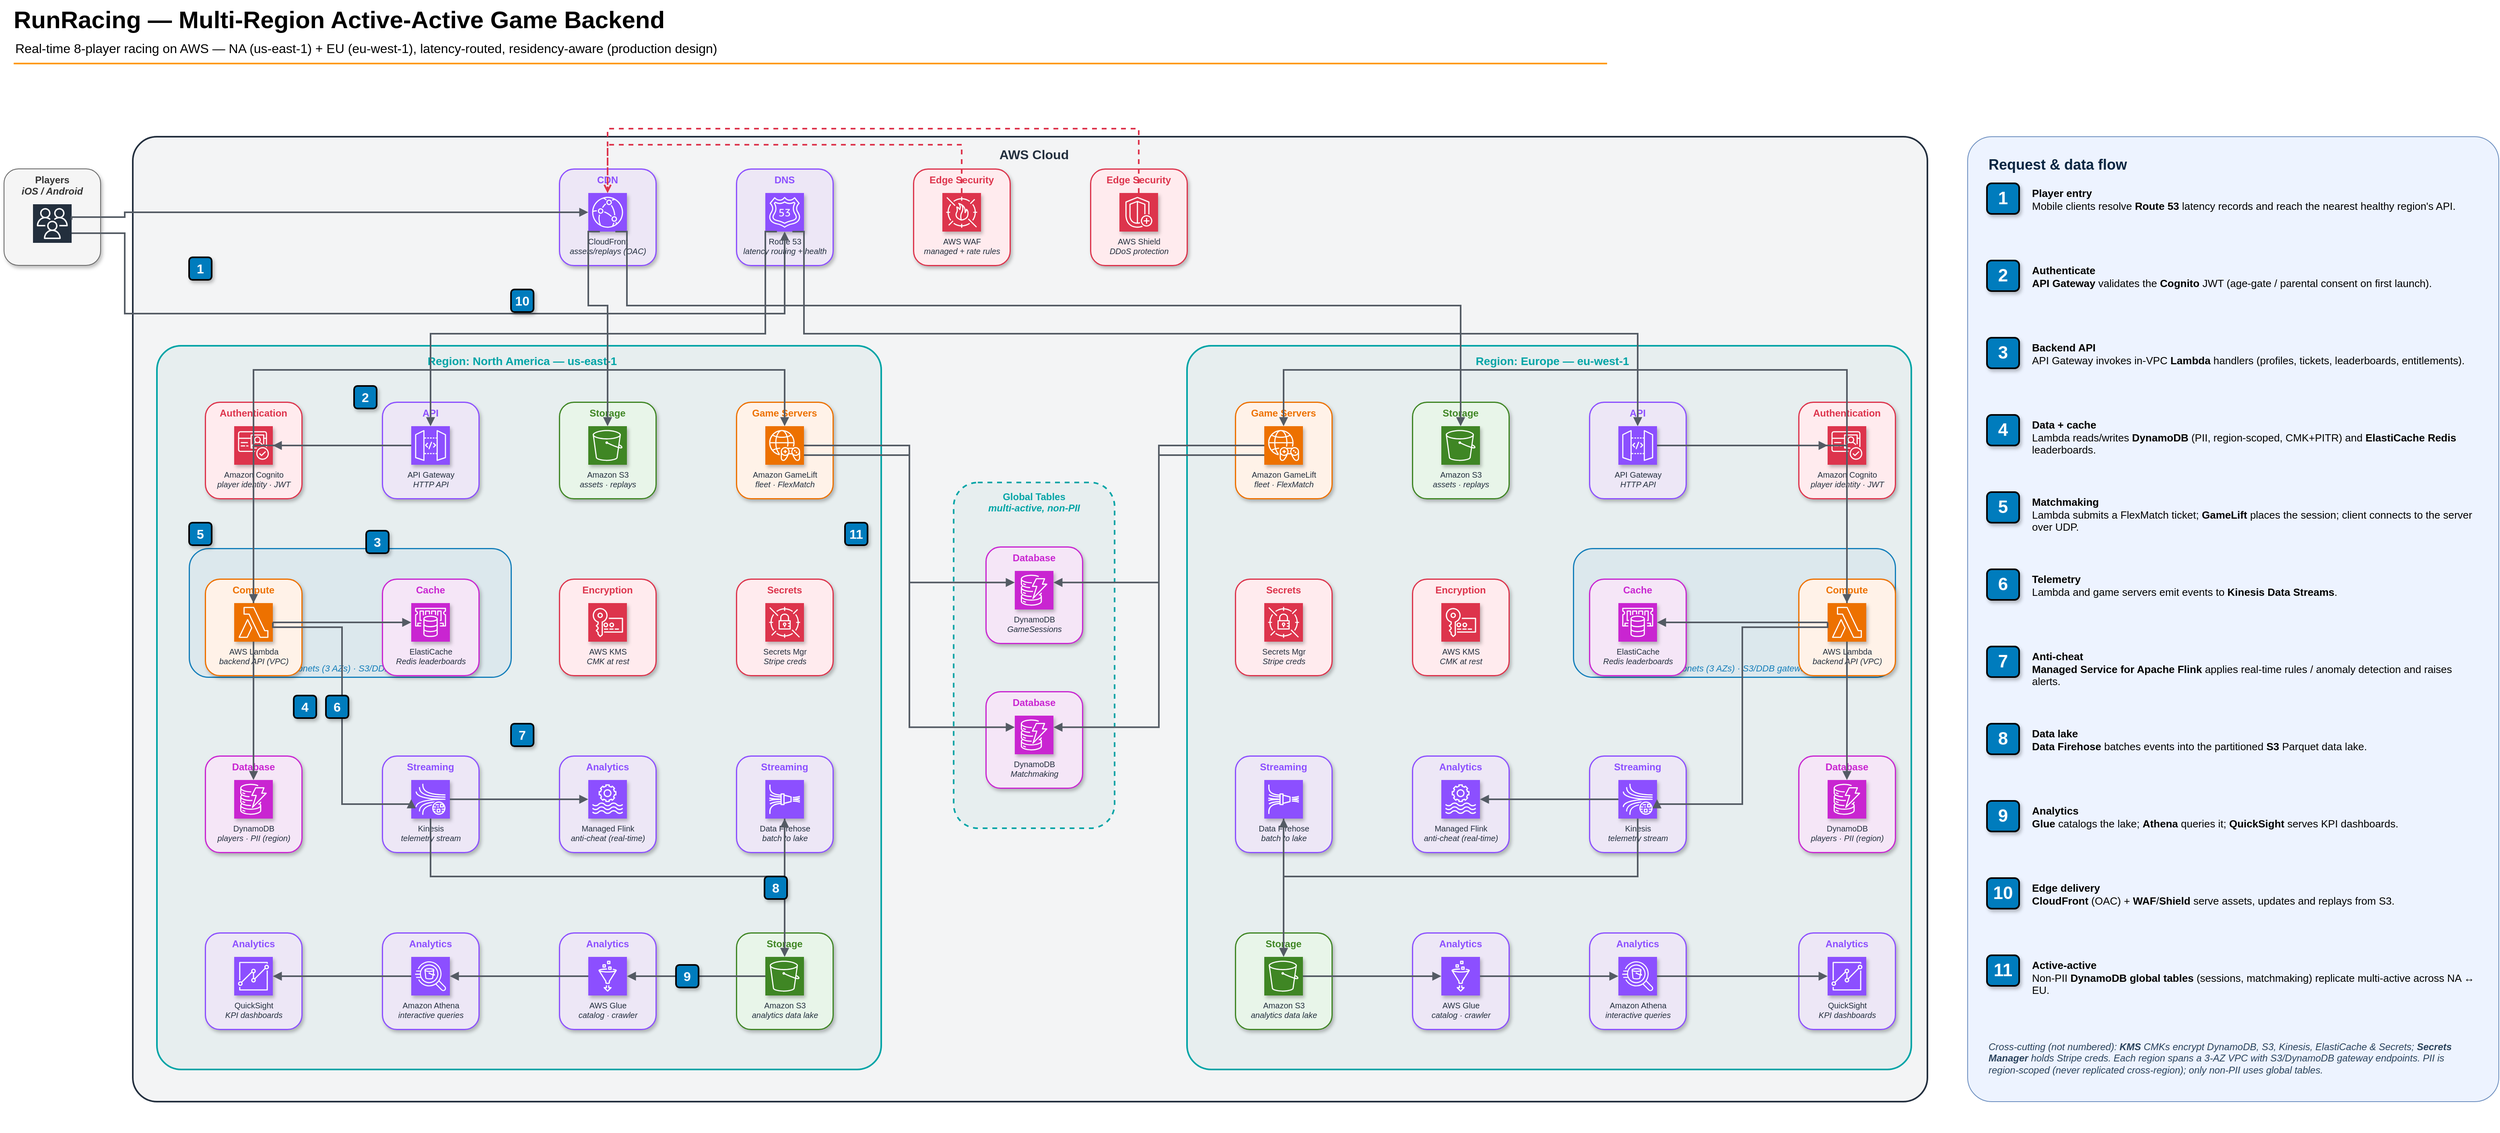
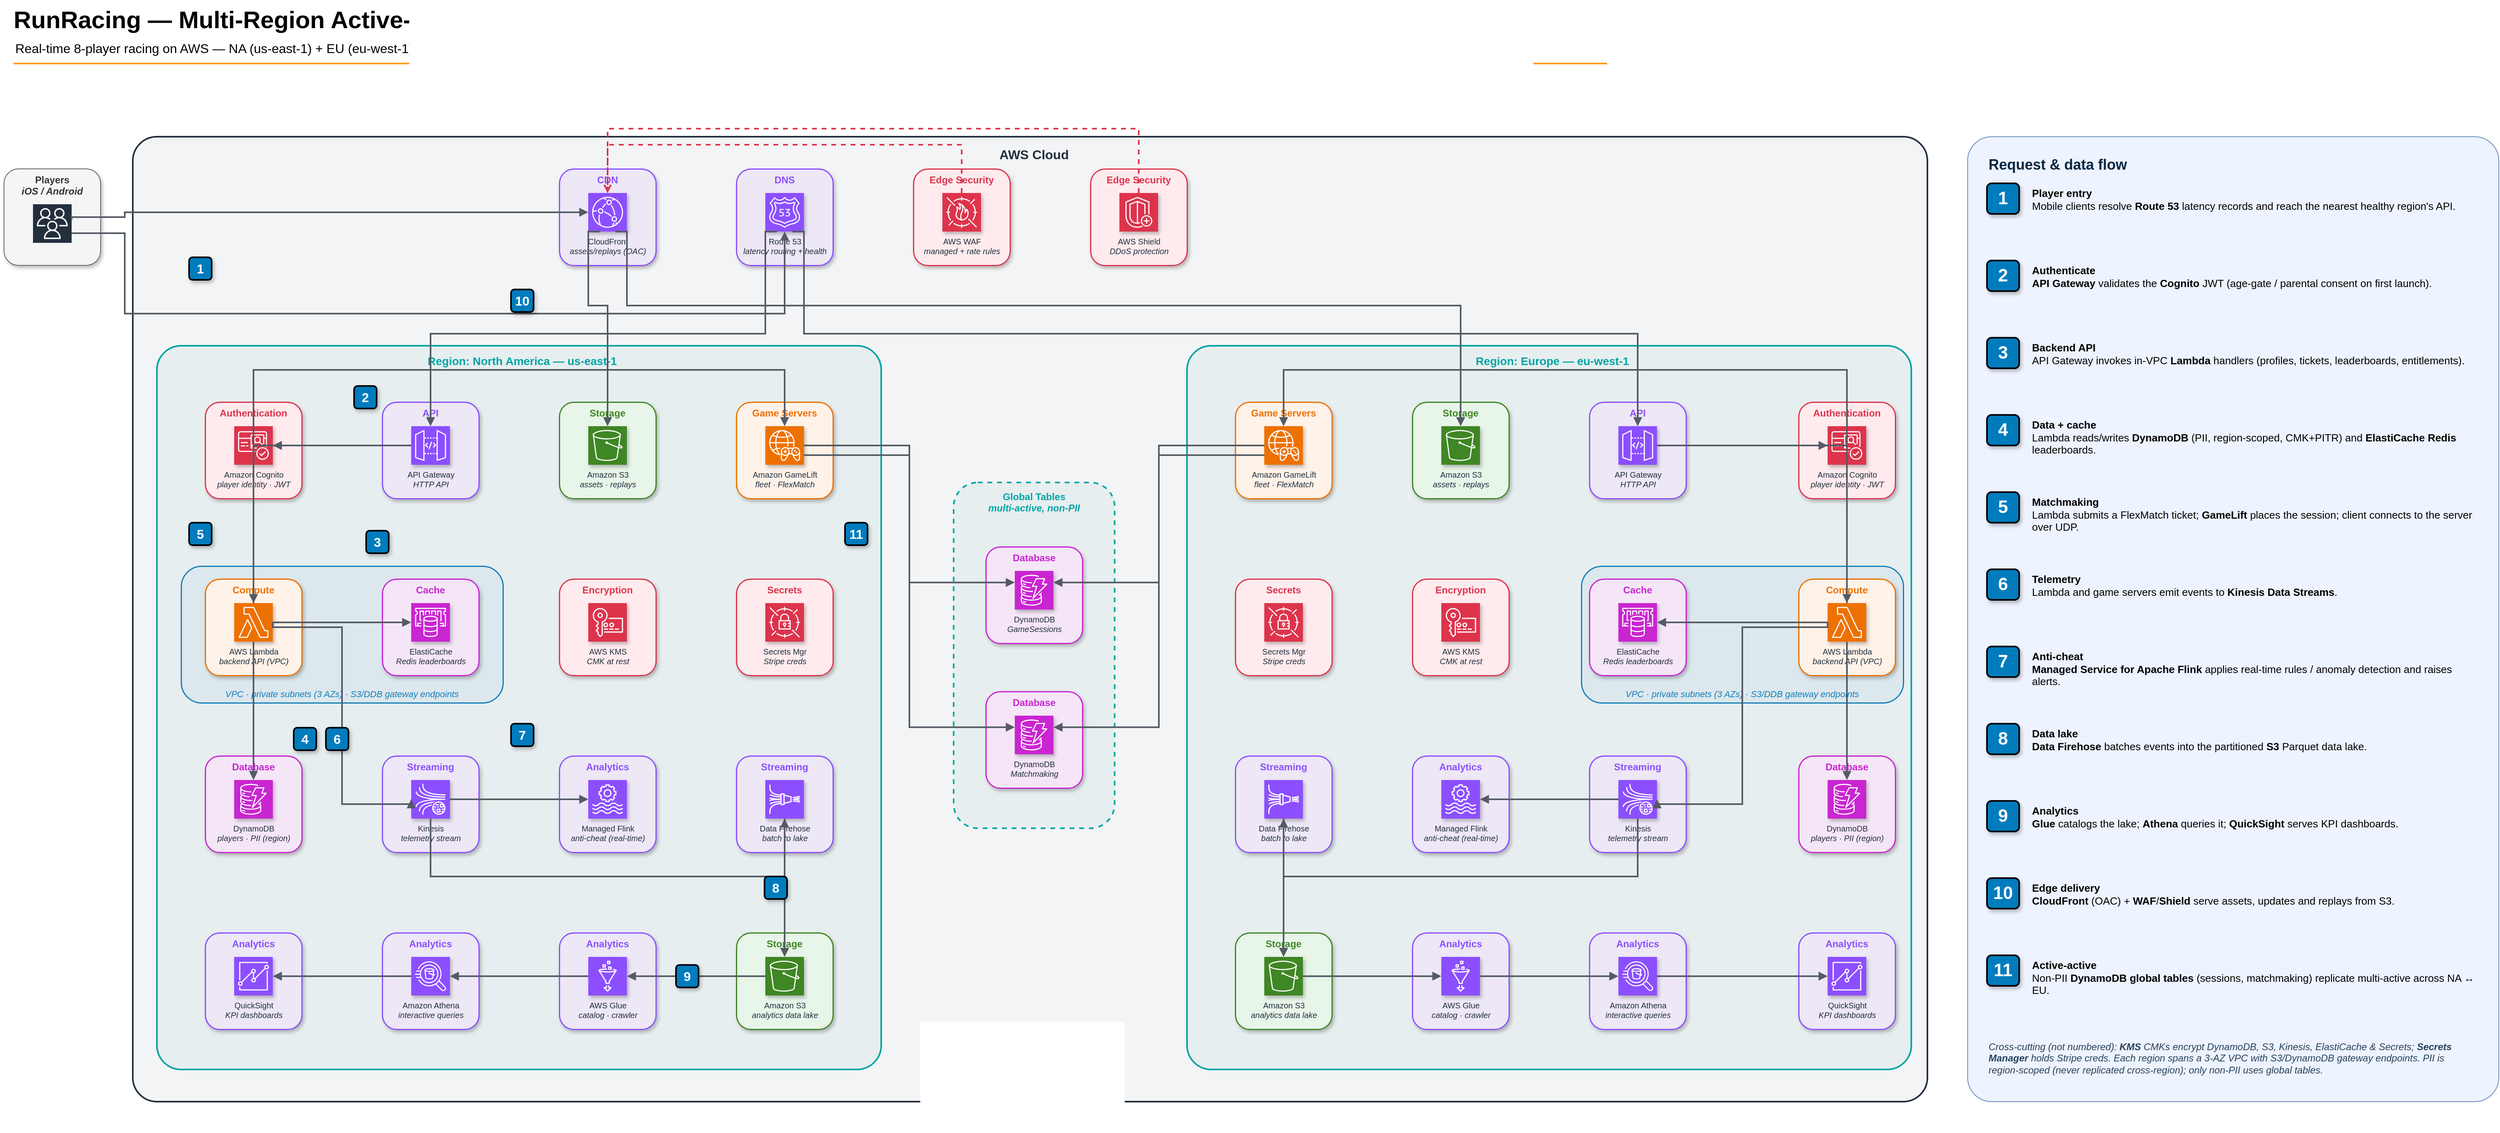
<mxfile host="Electron" version="29.6.1">
  <diagram name="RunRacing-Production" id="runracing-prod">
    <mxGraphModel dx="2200" dy="900" grid="0" gridSize="10" guides="1" tooltips="1" connect="1" arrows="1" fold="1" page="0" pageScale="1" pageWidth="3300" pageHeight="1500" math="0" shadow="0">
      <root>
        <mxCell id="0" />
        <mxCell id="1" parent="0" />
        <mxCell id="aws-cloud" value="AWS Cloud" style="rounded=1;arcSize=60;absoluteArcSize=1;whiteSpace=wrap;html=1;verticalAlign=top;fontStyle=1;fontSize=16;fontColor=#232F3E;fontFamily=Helvetica;strokeColor=#232F3E;fillColor=light-dark(#232F3E0D,#232F3E0D);fillStyle=auto;container=0;pointerEvents=0;strokeWidth=2;spacingTop=6;spacingLeft=10;" vertex="1" parent="1"><mxGeometry x="230" y="210" width="2230" height="1200" as="geometry"/></mxCell>
        <mxCell id="region-na" value="Region: North America &#8212; us-east-1" style="rounded=1;arcSize=60;absoluteArcSize=1;whiteSpace=wrap;html=1;verticalAlign=top;fontStyle=1;fontSize=14;fontColor=#00A4A6;fontFamily=Helvetica;strokeColor=#00A4A6;fillColor=light-dark(#0C7B7D0D,#0C7B7D0D);fillStyle=auto;container=0;pointerEvents=0;strokeWidth=2;dashed=0;spacingTop=4;spacingLeft=8;" vertex="1" parent="1"><mxGeometry x="260" y="470" width="900" height="900" as="geometry"/></mxCell>
        <mxCell id="region-eu" value="Region: Europe &#8212; eu-west-1" style="rounded=1;arcSize=60;absoluteArcSize=1;whiteSpace=wrap;html=1;verticalAlign=top;fontStyle=1;fontSize=14;fontColor=#00A4A6;fontFamily=Helvetica;strokeColor=#00A4A6;fillColor=light-dark(#0C7B7D0D,#0C7B7D0D);fillStyle=auto;container=0;pointerEvents=0;strokeWidth=2;dashed=0;spacingTop=4;spacingLeft=8;" vertex="1" parent="1"><mxGeometry x="1540" y="470" width="900" height="900" as="geometry"/></mxCell>
-         <mxCell id="vpc-na" value="VPC &#183; private subnets (3 AZs) &#183; S3/DDB gateway endpoints" style="rounded=1;whiteSpace=wrap;html=1;verticalAlign=bottom;fontStyle=2;fontSize=11;fontColor=#147EBA;fontFamily=Helvetica;strokeColor=#147EBA;fillColor=light-dark(#147EBA0D,#147EBA0D);fillStyle=auto;container=0;pointerEvents=0;strokeWidth=1.5;spacingBottom=2;" vertex="1" parent="1"><mxGeometry x="300" y="722" width="400" height="160" as="geometry"/></mxCell>
-         <mxCell id="vpc-eu" value="VPC &#183; private subnets (3 AZs) &#183; S3/DDB gateway endpoints" style="rounded=1;whiteSpace=wrap;html=1;verticalAlign=bottom;fontStyle=2;fontSize=11;fontColor=#147EBA;fontFamily=Helvetica;strokeColor=#147EBA;fillColor=light-dark(#147EBA0D,#147EBA0D);fillStyle=auto;container=0;pointerEvents=0;strokeWidth=1.5;spacingBottom=2;" vertex="1" parent="1"><mxGeometry x="2020" y="722" width="400" height="160" as="geometry"/></mxCell>
+         <mxCell id="vpc-na" value="VPC &#183; private subnets (3 AZs) &#183; S3/DDB gateway endpoints" style="rounded=1;whiteSpace=wrap;html=1;verticalAlign=bottom;fontStyle=2;fontSize=11;fontColor=#147EBA;fontFamily=Helvetica;strokeColor=#147EBA;fillColor=light-dark(#147EBA0D,#147EBA0D);fillStyle=auto;container=0;pointerEvents=0;strokeWidth=1.5;spacingBottom=2;" vertex="1" parent="1"><mxGeometry x="290" y="744" width="400" height="170" as="geometry"/></mxCell>
+         <mxCell id="vpc-eu" value="VPC &#183; private subnets (3 AZs) &#183; S3/DDB gateway endpoints" style="rounded=1;whiteSpace=wrap;html=1;verticalAlign=bottom;fontStyle=2;fontSize=11;fontColor=#147EBA;fontFamily=Helvetica;strokeColor=#147EBA;fillColor=light-dark(#147EBA0D,#147EBA0D);fillStyle=auto;container=0;pointerEvents=0;strokeWidth=1.5;spacingBottom=2;" vertex="1" parent="1"><mxGeometry x="2030" y="744" width="400" height="170" as="geometry"/></mxCell>
        <mxCell id="gt-box" value="Global Tables&lt;div&gt;&lt;i&gt;multi-active, non-PII&lt;/i&gt;&lt;/div&gt;" style="rounded=1;whiteSpace=wrap;html=1;verticalAlign=top;fontStyle=1;fontSize=12;fontColor=#00A4A6;fontFamily=Helvetica;strokeColor=#00A4A6;fillColor=light-dark(#0C7B7D0D,#0C7B7D0D);fillStyle=auto;container=0;pointerEvents=0;strokeWidth=2;dashed=1;spacingTop=4;" vertex="1" parent="1"><mxGeometry x="1250" y="640" width="200" height="430" as="geometry"/></mxCell>
        <mxCell id="title-group" connectable="0" style="group;fontFamily=Helvetica;" value="" vertex="1" parent="1"><mxGeometry x="80" y="40" width="2000" height="120" as="geometry"/></mxCell>
        <mxCell id="title-text" style="text;html=1;align=left;verticalAlign=top;fontSize=30;fontStyle=1;fontFamily=Helvetica;" value="RunRacing &#8212; Multi-Region Active-Active Game Backend" vertex="1" parent="title-group"><mxGeometry width="1600" height="42" as="geometry"/></mxCell>
        <mxCell id="subtitle-text" style="text;html=1;align=left;verticalAlign=top;fontSize=16;fontFamily=Helvetica;" value="Real-time 8-player racing on AWS &#8212; NA (us-east-1) + EU (eu-west-1), latency-routed, residency-aware (production design)" vertex="1" parent="title-group"><mxGeometry x="2" y="44" width="1800" height="25" as="geometry"/></mxCell>
        <mxCell id="title-sep" style="line;strokeWidth=2;html=1;strokeColor=#FF9900;fontFamily=Helvetica;" value="" vertex="1" parent="title-group"><mxGeometry x="2" y="74" width="1980" height="10" as="geometry"/></mxCell>
        <mxCell id="users-container" value="Players&lt;div&gt;&lt;i&gt;iOS / Android&lt;/i&gt;&lt;/div&gt;" style="fillColor=#f5f5f5;strokeColor=light-dark(#666666,#D4D4D4);rounded=1;whiteSpace=wrap;html=1;verticalAlign=top;fontStyle=1;fontSize=12;fontColor=#333333;fontFamily=Helvetica;container=1;collapsible=0;shadow=1;strokeWidth=1;" vertex="1" parent="1"><mxGeometry x="70" y="250" width="120" height="120" as="geometry"/></mxCell>
        <mxCell id="users-icon" style="sketch=0;points=[[0,0,0],[0.25,0,0],[0.5,0,0],[0.75,0,0],[1,0,0],[0,1,0],[0.25,1,0],[0.5,1,0],[0.75,1,0],[1,1,0],[0,0.25,0],[0,0.5,0],[0,0.75,0],[1,0.25,0],[1,0.5,0],[1,0.75,0]];outlineConnect=0;fontColor=#232F3E;fillColor=#232F3D;strokeColor=#ffffff;dashed=0;verticalLabelPosition=bottom;verticalAlign=top;align=center;html=1;fontSize=10;fontStyle=0;aspect=fixed;shape=mxgraph.aws4.resourceIcon;resIcon=mxgraph.aws4.users;fontFamily=Helvetica;" value="" vertex="1" parent="users-container"><mxGeometry x="36" y="44" width="48" height="48" as="geometry"/></mxCell>
        <mxCell id="g-cloudfront" style="fillColor=#EDE7F6;strokeColor=#8C4FFF;rounded=1;whiteSpace=wrap;html=1;verticalAlign=top;fontStyle=1;fontSize=12;fontColor=#8C4FFF;fontFamily=Helvetica;container=1;collapsible=0;shadow=1;strokeWidth=1.5;" value="CDN" vertex="1" parent="1"><mxGeometry x="760" y="250" width="120" height="120" as="geometry"/></mxCell>
        <mxCell id="g-cloudfront-icon" style="sketch=0;points=[[0,0,0],[0.25,0,0],[0.5,0,0],[0.75,0,0],[1,0,0],[0,1,0],[0.25,1,0],[0.5,1,0],[0.75,1,0],[1,1,0],[0,0.25,0],[0,0.5,0],[0,0.75,0],[1,0.25,0],[1,0.5,0],[1,0.75,0]];outlineConnect=0;fontColor=#232F3E;fillColor=#8C4FFF;strokeColor=#ffffff;dashed=0;verticalLabelPosition=bottom;verticalAlign=top;align=center;html=1;fontSize=10;fontStyle=0;aspect=fixed;shape=mxgraph.aws4.resourceIcon;resIcon=mxgraph.aws4.cloudfront;fontFamily=Helvetica;shadow=1;" value="CloudFront&lt;div&gt;&lt;i&gt;assets/replays (OAC)&lt;/i&gt;&lt;/div&gt;" vertex="1" parent="g-cloudfront"><mxGeometry x="36" y="30" width="48" height="48" as="geometry"/></mxCell>
        <mxCell id="g-route53" style="fillColor=#EDE7F6;strokeColor=#8C4FFF;rounded=1;whiteSpace=wrap;html=1;verticalAlign=top;fontStyle=1;fontSize=12;fontColor=#8C4FFF;fontFamily=Helvetica;container=1;collapsible=0;shadow=1;strokeWidth=1.5;" value="DNS" vertex="1" parent="1"><mxGeometry x="980" y="250" width="120" height="120" as="geometry"/></mxCell>
        <mxCell id="g-route53-icon" style="sketch=0;points=[[0,0,0],[0.25,0,0],[0.5,0,0],[0.75,0,0],[1,0,0],[0,1,0],[0.25,1,0],[0.5,1,0],[0.75,1,0],[1,1,0],[0,0.25,0],[0,0.5,0],[0,0.75,0],[1,0.25,0],[1,0.5,0],[1,0.75,0]];outlineConnect=0;fontColor=#232F3E;fillColor=#8C4FFF;strokeColor=#ffffff;dashed=0;verticalLabelPosition=bottom;verticalAlign=top;align=center;html=1;fontSize=10;fontStyle=0;aspect=fixed;shape=mxgraph.aws4.resourceIcon;resIcon=mxgraph.aws4.route_53;fontFamily=Helvetica;shadow=1;" value="Route 53&lt;div&gt;&lt;i&gt;latency routing + health&lt;/i&gt;&lt;/div&gt;" vertex="1" parent="g-route53"><mxGeometry x="36" y="30" width="48" height="48" as="geometry"/></mxCell>
        <mxCell id="g-waf" style="fillColor=#FFEBEE;strokeColor=#DD344C;rounded=1;whiteSpace=wrap;html=1;verticalAlign=top;fontStyle=1;fontSize=12;fontColor=#DD344C;fontFamily=Helvetica;container=1;collapsible=0;shadow=1;strokeWidth=1.5;" value="Edge Security" vertex="1" parent="1"><mxGeometry x="1200" y="250" width="120" height="120" as="geometry"/></mxCell>
        <mxCell id="g-waf-icon" style="sketch=0;points=[[0,0,0],[0.25,0,0],[0.5,0,0],[0.75,0,0],[1,0,0],[0,1,0],[0.25,1,0],[0.5,1,0],[0.75,1,0],[1,1,0],[0,0.25,0],[0,0.5,0],[0,0.75,0],[1,0.25,0],[1,0.5,0],[1,0.75,0]];outlineConnect=0;fontColor=#232F3E;fillColor=#DD344C;strokeColor=#ffffff;dashed=0;verticalLabelPosition=bottom;verticalAlign=top;align=center;html=1;fontSize=10;fontStyle=0;aspect=fixed;shape=mxgraph.aws4.resourceIcon;resIcon=mxgraph.aws4.waf;fontFamily=Helvetica;shadow=1;" value="AWS WAF&lt;div&gt;&lt;i&gt;managed + rate rules&lt;/i&gt;&lt;/div&gt;" vertex="1" parent="g-waf"><mxGeometry x="36" y="30" width="48" height="48" as="geometry"/></mxCell>
        <mxCell id="g-shield" style="fillColor=#FFEBEE;strokeColor=#DD344C;rounded=1;whiteSpace=wrap;html=1;verticalAlign=top;fontStyle=1;fontSize=12;fontColor=#DD344C;fontFamily=Helvetica;container=1;collapsible=0;shadow=1;strokeWidth=1.5;" value="Edge Security" vertex="1" parent="1"><mxGeometry x="1420" y="250" width="120" height="120" as="geometry"/></mxCell>
        <mxCell id="g-shield-icon" style="sketch=0;points=[[0,0,0],[0.25,0,0],[0.5,0,0],[0.75,0,0],[1,0,0],[0,1,0],[0.25,1,0],[0.5,1,0],[0.75,1,0],[1,1,0],[0,0.25,0],[0,0.5,0],[0,0.75,0],[1,0.25,0],[1,0.5,0],[1,0.75,0]];outlineConnect=0;fontColor=#232F3E;fillColor=#DD344C;strokeColor=#ffffff;dashed=0;verticalLabelPosition=bottom;verticalAlign=top;align=center;html=1;fontSize=10;fontStyle=0;aspect=fixed;shape=mxgraph.aws4.resourceIcon;resIcon=mxgraph.aws4.shield;fontFamily=Helvetica;shadow=1;" value="AWS Shield&lt;div&gt;&lt;i&gt;DDoS protection&lt;/i&gt;&lt;/div&gt;" vertex="1" parent="g-shield"><mxGeometry x="36" y="30" width="48" height="48" as="geometry"/></mxCell>
        <mxCell id="gt-sessions" style="fillColor=#F5E6F7;strokeColor=#C925D1;rounded=1;whiteSpace=wrap;html=1;verticalAlign=top;fontStyle=1;fontSize=12;fontColor=#C925D1;fontFamily=Helvetica;container=1;collapsible=0;shadow=1;strokeWidth=1.5;" value="Database" vertex="1" parent="1"><mxGeometry x="1290" y="720" width="120" height="120" as="geometry"/></mxCell>
        <mxCell id="gt-sessions-icon" style="sketch=0;points=[[0,0,0],[0.25,0,0],[0.5,0,0],[0.75,0,0],[1,0,0],[0,1,0],[0.25,1,0],[0.5,1,0],[0.75,1,0],[1,1,0],[0,0.25,0],[0,0.5,0],[0,0.75,0],[1,0.25,0],[1,0.5,0],[1,0.75,0]];outlineConnect=0;fontColor=#232F3E;fillColor=#C925D1;strokeColor=#ffffff;dashed=0;verticalLabelPosition=bottom;verticalAlign=top;align=center;html=1;fontSize=10;fontStyle=0;aspect=fixed;shape=mxgraph.aws4.resourceIcon;resIcon=mxgraph.aws4.dynamodb;fontFamily=Helvetica;shadow=1;" value="DynamoDB&lt;div&gt;&lt;i&gt;GameSessions&lt;/i&gt;&lt;/div&gt;" vertex="1" parent="gt-sessions"><mxGeometry x="36" y="30" width="48" height="48" as="geometry"/></mxCell>
        <mxCell id="gt-matchmaking" style="fillColor=#F5E6F7;strokeColor=#C925D1;rounded=1;whiteSpace=wrap;html=1;verticalAlign=top;fontStyle=1;fontSize=12;fontColor=#C925D1;fontFamily=Helvetica;container=1;collapsible=0;shadow=1;strokeWidth=1.5;" value="Database" vertex="1" parent="1"><mxGeometry x="1290" y="900" width="120" height="120" as="geometry"/></mxCell>
        <mxCell id="gt-matchmaking-icon" style="sketch=0;points=[[0,0,0],[0.25,0,0],[0.5,0,0],[0.75,0,0],[1,0,0],[0,1,0],[0.25,1,0],[0.5,1,0],[0.75,1,0],[1,1,0],[0,0.25,0],[0,0.5,0],[0,0.75,0],[1,0.25,0],[1,0.5,0],[1,0.75,0]];outlineConnect=0;fontColor=#232F3E;fillColor=#C925D1;strokeColor=#ffffff;dashed=0;verticalLabelPosition=bottom;verticalAlign=top;align=center;html=1;fontSize=10;fontStyle=0;aspect=fixed;shape=mxgraph.aws4.resourceIcon;resIcon=mxgraph.aws4.dynamodb;fontFamily=Helvetica;shadow=1;" value="DynamoDB&lt;div&gt;&lt;i&gt;Matchmaking&lt;/i&gt;&lt;/div&gt;" vertex="1" parent="gt-matchmaking"><mxGeometry x="36" y="30" width="48" height="48" as="geometry"/></mxCell>
        <mxCell id="na-cognito" style="fillColor=#FFEBEE;strokeColor=#DD344C;rounded=1;whiteSpace=wrap;html=1;verticalAlign=top;fontStyle=1;fontSize=12;fontColor=#DD344C;fontFamily=Helvetica;container=1;collapsible=0;shadow=1;strokeWidth=1.5;" value="Authentication" vertex="1" parent="1"><mxGeometry x="320" y="540" width="120" height="120" as="geometry"/></mxCell>
        <mxCell id="na-cognito-icon" style="sketch=0;points=[[0,0,0],[0.25,0,0],[0.5,0,0],[0.75,0,0],[1,0,0],[0,1,0],[0.25,1,0],[0.5,1,0],[0.75,1,0],[1,1,0],[0,0.25,0],[0,0.5,0],[0,0.75,0],[1,0.25,0],[1,0.5,0],[1,0.75,0]];outlineConnect=0;fontColor=#232F3E;fillColor=#DD344C;strokeColor=#ffffff;dashed=0;verticalLabelPosition=bottom;verticalAlign=top;align=center;html=1;fontSize=10;fontStyle=0;aspect=fixed;shape=mxgraph.aws4.resourceIcon;resIcon=mxgraph.aws4.cognito;fontFamily=Helvetica;shadow=1;" value="Amazon Cognito&lt;div&gt;&lt;i&gt;player identity &#183; JWT&lt;/i&gt;&lt;/div&gt;" vertex="1" parent="na-cognito"><mxGeometry x="36" y="30" width="48" height="48" as="geometry"/></mxCell>
        <mxCell id="na-api" style="fillColor=#EDE7F6;strokeColor=#8C4FFF;rounded=1;whiteSpace=wrap;html=1;verticalAlign=top;fontStyle=1;fontSize=12;fontColor=#8C4FFF;fontFamily=Helvetica;container=1;collapsible=0;shadow=1;strokeWidth=1.5;" value="API" vertex="1" parent="1"><mxGeometry x="540" y="540" width="120" height="120" as="geometry"/></mxCell>
        <mxCell id="na-api-icon" style="sketch=0;points=[[0,0,0],[0.25,0,0],[0.5,0,0],[0.75,0,0],[1,0,0],[0,1,0],[0.25,1,0],[0.5,1,0],[0.75,1,0],[1,1,0],[0,0.25,0],[0,0.5,0],[0,0.75,0],[1,0.25,0],[1,0.5,0],[1,0.75,0]];outlineConnect=0;fontColor=#232F3E;fillColor=#8C4FFF;strokeColor=#ffffff;dashed=0;verticalLabelPosition=bottom;verticalAlign=top;align=center;html=1;fontSize=10;fontStyle=0;aspect=fixed;shape=mxgraph.aws4.resourceIcon;resIcon=mxgraph.aws4.api_gateway;fontFamily=Helvetica;shadow=1;" value="API Gateway&lt;div&gt;&lt;i&gt;HTTP API&lt;/i&gt;&lt;/div&gt;" vertex="1" parent="na-api"><mxGeometry x="36" y="30" width="48" height="48" as="geometry"/></mxCell>
        <mxCell id="na-assets" style="fillColor=#E8F5E9;strokeColor=#3F8624;rounded=1;whiteSpace=wrap;html=1;verticalAlign=top;fontStyle=1;fontSize=12;fontColor=#3F8624;fontFamily=Helvetica;container=1;collapsible=0;shadow=1;strokeWidth=1.5;" value="Storage" vertex="1" parent="1"><mxGeometry x="760" y="540" width="120" height="120" as="geometry"/></mxCell>
        <mxCell id="na-assets-icon" style="sketch=0;points=[[0,0,0],[0.25,0,0],[0.5,0,0],[0.75,0,0],[1,0,0],[0,1,0],[0.25,1,0],[0.5,1,0],[0.75,1,0],[1,1,0],[0,0.25,0],[0,0.5,0],[0,0.75,0],[1,0.25,0],[1,0.5,0],[1,0.75,0]];outlineConnect=0;fontColor=#232F3E;fillColor=#3F8624;strokeColor=#ffffff;dashed=0;verticalLabelPosition=bottom;verticalAlign=top;align=center;html=1;fontSize=10;fontStyle=0;aspect=fixed;shape=mxgraph.aws4.resourceIcon;resIcon=mxgraph.aws4.s3;fontFamily=Helvetica;shadow=1;" value="Amazon S3&lt;div&gt;&lt;i&gt;assets &#183; replays&lt;/i&gt;&lt;/div&gt;" vertex="1" parent="na-assets"><mxGeometry x="36" y="30" width="48" height="48" as="geometry"/></mxCell>
        <mxCell id="na-gamelift" style="fillColor=#FFF2E8;strokeColor=#ED7100;rounded=1;whiteSpace=wrap;html=1;verticalAlign=top;fontStyle=1;fontSize=12;fontColor=#ED7100;fontFamily=Helvetica;container=1;collapsible=0;shadow=1;strokeWidth=1.5;" value="Game Servers" vertex="1" parent="1"><mxGeometry x="980" y="540" width="120" height="120" as="geometry"/></mxCell>
        <mxCell id="na-gamelift-icon" style="sketch=0;points=[[0,0,0],[0.25,0,0],[0.5,0,0],[0.75,0,0],[1,0,0],[0,1,0],[0.25,1,0],[0.5,1,0],[0.75,1,0],[1,1,0],[0,0.25,0],[0,0.5,0],[0,0.75,0],[1,0.25,0],[1,0.5,0],[1,0.75,0]];outlineConnect=0;fontColor=#232F3E;fillColor=#ED7100;strokeColor=#ffffff;dashed=0;verticalLabelPosition=bottom;verticalAlign=top;align=center;html=1;fontSize=10;fontStyle=0;aspect=fixed;shape=mxgraph.aws4.resourceIcon;resIcon=mxgraph.aws4.gamelift_2;fontFamily=Helvetica;shadow=1;" value="Amazon GameLift&lt;div&gt;&lt;i&gt;fleet &#183; FlexMatch&lt;/i&gt;&lt;/div&gt;" vertex="1" parent="na-gamelift"><mxGeometry x="36" y="30" width="48" height="48" as="geometry"/></mxCell>
        <mxCell id="na-lambda" style="fillColor=#FFF2E8;strokeColor=#ED7100;rounded=1;whiteSpace=wrap;html=1;verticalAlign=top;fontStyle=1;fontSize=12;fontColor=#ED7100;fontFamily=Helvetica;container=1;collapsible=0;shadow=1;strokeWidth=1.5;" value="Compute" vertex="1" parent="1"><mxGeometry x="320" y="760" width="120" height="120" as="geometry"/></mxCell>
        <mxCell id="na-lambda-icon" style="sketch=0;points=[[0,0,0],[0.25,0,0],[0.5,0,0],[0.75,0,0],[1,0,0],[0,1,0],[0.25,1,0],[0.5,1,0],[0.75,1,0],[1,1,0],[0,0.25,0],[0,0.5,0],[0,0.75,0],[1,0.25,0],[1,0.5,0],[1,0.75,0]];outlineConnect=0;fontColor=#232F3E;fillColor=#ED7100;strokeColor=#ffffff;dashed=0;verticalLabelPosition=bottom;verticalAlign=top;align=center;html=1;fontSize=10;fontStyle=0;aspect=fixed;shape=mxgraph.aws4.resourceIcon;resIcon=mxgraph.aws4.lambda;fontFamily=Helvetica;shadow=1;" value="AWS Lambda&lt;div&gt;&lt;i&gt;backend API (VPC)&lt;/i&gt;&lt;/div&gt;" vertex="1" parent="na-lambda"><mxGeometry x="36" y="30" width="48" height="48" as="geometry"/></mxCell>
        <mxCell id="na-redis" style="fillColor=#F5E6F7;strokeColor=#C925D1;rounded=1;whiteSpace=wrap;html=1;verticalAlign=top;fontStyle=1;fontSize=12;fontColor=#C925D1;fontFamily=Helvetica;container=1;collapsible=0;shadow=1;strokeWidth=1.5;" value="Cache" vertex="1" parent="1"><mxGeometry x="540" y="760" width="120" height="120" as="geometry"/></mxCell>
        <mxCell id="na-redis-icon" style="sketch=0;points=[[0,0,0],[0.25,0,0],[0.5,0,0],[0.75,0,0],[1,0,0],[0,1,0],[0.25,1,0],[0.5,1,0],[0.75,1,0],[1,1,0],[0,0.25,0],[0,0.5,0],[0,0.75,0],[1,0.25,0],[1,0.5,0],[1,0.75,0]];outlineConnect=0;fontColor=#232F3E;fillColor=#C925D1;strokeColor=#ffffff;dashed=0;verticalLabelPosition=bottom;verticalAlign=top;align=center;html=1;fontSize=10;fontStyle=0;aspect=fixed;shape=mxgraph.aws4.resourceIcon;resIcon=mxgraph.aws4.elasticache;fontFamily=Helvetica;shadow=1;" value="ElastiCache&lt;div&gt;&lt;i&gt;Redis leaderboards&lt;/i&gt;&lt;/div&gt;" vertex="1" parent="na-redis"><mxGeometry x="36" y="30" width="48" height="48" as="geometry"/></mxCell>
        <mxCell id="na-kms" style="fillColor=#FFEBEE;strokeColor=#DD344C;rounded=1;whiteSpace=wrap;html=1;verticalAlign=top;fontStyle=1;fontSize=12;fontColor=#DD344C;fontFamily=Helvetica;container=1;collapsible=0;shadow=1;strokeWidth=1.5;" value="Encryption" vertex="1" parent="1"><mxGeometry x="760" y="760" width="120" height="120" as="geometry"/></mxCell>
        <mxCell id="na-kms-icon" style="sketch=0;points=[[0,0,0],[0.25,0,0],[0.5,0,0],[0.75,0,0],[1,0,0],[0,1,0],[0.25,1,0],[0.5,1,0],[0.75,1,0],[1,1,0],[0,0.25,0],[0,0.5,0],[0,0.75,0],[1,0.25,0],[1,0.5,0],[1,0.75,0]];outlineConnect=0;fontColor=#232F3E;fillColor=#DD344C;strokeColor=#ffffff;dashed=0;verticalLabelPosition=bottom;verticalAlign=top;align=center;html=1;fontSize=10;fontStyle=0;aspect=fixed;shape=mxgraph.aws4.resourceIcon;resIcon=mxgraph.aws4.key_management_service;fontFamily=Helvetica;shadow=1;" value="AWS KMS&lt;div&gt;&lt;i&gt;CMK at rest&lt;/i&gt;&lt;/div&gt;" vertex="1" parent="na-kms"><mxGeometry x="36" y="30" width="48" height="48" as="geometry"/></mxCell>
        <mxCell id="na-secrets" style="fillColor=#FFEBEE;strokeColor=#DD344C;rounded=1;whiteSpace=wrap;html=1;verticalAlign=top;fontStyle=1;fontSize=12;fontColor=#DD344C;fontFamily=Helvetica;container=1;collapsible=0;shadow=1;strokeWidth=1.5;" value="Secrets" vertex="1" parent="1"><mxGeometry x="980" y="760" width="120" height="120" as="geometry"/></mxCell>
        <mxCell id="na-secrets-icon" style="sketch=0;points=[[0,0,0],[0.25,0,0],[0.5,0,0],[0.75,0,0],[1,0,0],[0,1,0],[0.25,1,0],[0.5,1,0],[0.75,1,0],[1,1,0],[0,0.25,0],[0,0.5,0],[0,0.75,0],[1,0.25,0],[1,0.5,0],[1,0.75,0]];outlineConnect=0;fontColor=#232F3E;fillColor=#DD344C;strokeColor=#ffffff;dashed=0;verticalLabelPosition=bottom;verticalAlign=top;align=center;html=1;fontSize=10;fontStyle=0;aspect=fixed;shape=mxgraph.aws4.resourceIcon;resIcon=mxgraph.aws4.secrets_manager;fontFamily=Helvetica;shadow=1;" value="Secrets Mgr&lt;div&gt;&lt;i&gt;Stripe creds&lt;/i&gt;&lt;/div&gt;" vertex="1" parent="na-secrets"><mxGeometry x="36" y="30" width="48" height="48" as="geometry"/></mxCell>
        <mxCell id="na-dynamodb" style="fillColor=#F5E6F7;strokeColor=#C925D1;rounded=1;whiteSpace=wrap;html=1;verticalAlign=top;fontStyle=1;fontSize=12;fontColor=#C925D1;fontFamily=Helvetica;container=1;collapsible=0;shadow=1;strokeWidth=1.5;" value="Database" vertex="1" parent="1"><mxGeometry x="320" y="980" width="120" height="120" as="geometry"/></mxCell>
        <mxCell id="na-dynamodb-icon" style="sketch=0;points=[[0,0,0],[0.25,0,0],[0.5,0,0],[0.75,0,0],[1,0,0],[0,1,0],[0.25,1,0],[0.5,1,0],[0.75,1,0],[1,1,0],[0,0.25,0],[0,0.5,0],[0,0.75,0],[1,0.25,0],[1,0.5,0],[1,0.75,0]];outlineConnect=0;fontColor=#232F3E;fillColor=#C925D1;strokeColor=#ffffff;dashed=0;verticalLabelPosition=bottom;verticalAlign=top;align=center;html=1;fontSize=10;fontStyle=0;aspect=fixed;shape=mxgraph.aws4.resourceIcon;resIcon=mxgraph.aws4.dynamodb;fontFamily=Helvetica;shadow=1;" value="DynamoDB&lt;div&gt;&lt;i&gt;players &#183; PII (region)&lt;/i&gt;&lt;/div&gt;" vertex="1" parent="na-dynamodb"><mxGeometry x="36" y="30" width="48" height="48" as="geometry"/></mxCell>
        <mxCell id="na-kinesis" style="fillColor=#EDE7F6;strokeColor=#8C4FFF;rounded=1;whiteSpace=wrap;html=1;verticalAlign=top;fontStyle=1;fontSize=12;fontColor=#8C4FFF;fontFamily=Helvetica;container=1;collapsible=0;shadow=1;strokeWidth=1.5;" value="Streaming" vertex="1" parent="1"><mxGeometry x="540" y="980" width="120" height="120" as="geometry"/></mxCell>
        <mxCell id="na-kinesis-icon" style="sketch=0;points=[[0,0,0],[0.25,0,0],[0.5,0,0],[0.75,0,0],[1,0,0],[0,1,0],[0.25,1,0],[0.5,1,0],[0.75,1,0],[1,1,0],[0,0.25,0],[0,0.5,0],[0,0.75,0],[1,0.25,0],[1,0.5,0],[1,0.75,0]];outlineConnect=0;fontColor=#232F3E;fillColor=#8C4FFF;strokeColor=#ffffff;dashed=0;verticalLabelPosition=bottom;verticalAlign=top;align=center;html=1;fontSize=10;fontStyle=0;aspect=fixed;shape=mxgraph.aws4.resourceIcon;resIcon=mxgraph.aws4.kinesis_data_streams;fontFamily=Helvetica;shadow=1;" value="Kinesis&lt;div&gt;&lt;i&gt;telemetry stream&lt;/i&gt;&lt;/div&gt;" vertex="1" parent="na-kinesis"><mxGeometry x="36" y="30" width="48" height="48" as="geometry"/></mxCell>
        <mxCell id="na-flink" style="fillColor=#EDE7F6;strokeColor=#8C4FFF;rounded=1;whiteSpace=wrap;html=1;verticalAlign=top;fontStyle=1;fontSize=12;fontColor=#8C4FFF;fontFamily=Helvetica;container=1;collapsible=0;shadow=1;strokeWidth=1.5;" value="Analytics" vertex="1" parent="1"><mxGeometry x="760" y="980" width="120" height="120" as="geometry"/></mxCell>
        <mxCell id="na-flink-icon" style="sketch=0;points=[[0,0,0],[0.25,0,0],[0.5,0,0],[0.75,0,0],[1,0,0],[0,1,0],[0.25,1,0],[0.5,1,0],[0.75,1,0],[1,1,0],[0,0.25,0],[0,0.5,0],[0,0.75,0],[1,0.25,0],[1,0.5,0],[1,0.75,0]];outlineConnect=0;fontColor=#232F3E;fillColor=#8C4FFF;strokeColor=#ffffff;dashed=0;verticalLabelPosition=bottom;verticalAlign=top;align=center;html=1;fontSize=10;fontStyle=0;aspect=fixed;shape=mxgraph.aws4.resourceIcon;resIcon=mxgraph.aws4.managed_service_for_apache_flink;fontFamily=Helvetica;shadow=1;" value="Managed Flink&lt;div&gt;&lt;i&gt;anti-cheat (real-time)&lt;/i&gt;&lt;/div&gt;" vertex="1" parent="na-flink"><mxGeometry x="36" y="30" width="48" height="48" as="geometry"/></mxCell>
        <mxCell id="na-firehose" style="fillColor=#EDE7F6;strokeColor=#8C4FFF;rounded=1;whiteSpace=wrap;html=1;verticalAlign=top;fontStyle=1;fontSize=12;fontColor=#8C4FFF;fontFamily=Helvetica;container=1;collapsible=0;shadow=1;strokeWidth=1.5;" value="Streaming" vertex="1" parent="1"><mxGeometry x="980" y="980" width="120" height="120" as="geometry"/></mxCell>
        <mxCell id="na-firehose-icon" style="sketch=0;points=[[0,0,0],[0.25,0,0],[0.5,0,0],[0.75,0,0],[1,0,0],[0,1,0],[0.25,1,0],[0.5,1,0],[0.75,1,0],[1,1,0],[0,0.25,0],[0,0.5,0],[0,0.75,0],[1,0.25,0],[1,0.5,0],[1,0.75,0]];outlineConnect=0;fontColor=#232F3E;fillColor=#8C4FFF;strokeColor=#ffffff;dashed=0;verticalLabelPosition=bottom;verticalAlign=top;align=center;html=1;fontSize=10;fontStyle=0;aspect=fixed;shape=mxgraph.aws4.resourceIcon;resIcon=mxgraph.aws4.kinesis_data_firehose;fontFamily=Helvetica;shadow=1;" value="Data Firehose&lt;div&gt;&lt;i&gt;batch to lake&lt;/i&gt;&lt;/div&gt;" vertex="1" parent="na-firehose"><mxGeometry x="36" y="30" width="48" height="48" as="geometry"/></mxCell>
        <mxCell id="na-quicksight" style="fillColor=#EDE7F6;strokeColor=#8C4FFF;rounded=1;whiteSpace=wrap;html=1;verticalAlign=top;fontStyle=1;fontSize=12;fontColor=#8C4FFF;fontFamily=Helvetica;container=1;collapsible=0;shadow=1;strokeWidth=1.5;" value="Analytics" vertex="1" parent="1"><mxGeometry x="320" y="1200" width="120" height="120" as="geometry"/></mxCell>
        <mxCell id="na-quicksight-icon" style="sketch=0;points=[[0,0,0],[0.25,0,0],[0.5,0,0],[0.75,0,0],[1,0,0],[0,1,0],[0.25,1,0],[0.5,1,0],[0.75,1,0],[1,1,0],[0,0.25,0],[0,0.5,0],[0,0.75,0],[1,0.25,0],[1,0.5,0],[1,0.75,0]];outlineConnect=0;fontColor=#232F3E;fillColor=#8C4FFF;strokeColor=#ffffff;dashed=0;verticalLabelPosition=bottom;verticalAlign=top;align=center;html=1;fontSize=10;fontStyle=0;aspect=fixed;shape=mxgraph.aws4.resourceIcon;resIcon=mxgraph.aws4.quicksight;fontFamily=Helvetica;shadow=1;" value="QuickSight&lt;div&gt;&lt;i&gt;KPI dashboards&lt;/i&gt;&lt;/div&gt;" vertex="1" parent="na-quicksight"><mxGeometry x="36" y="30" width="48" height="48" as="geometry"/></mxCell>
        <mxCell id="na-athena" style="fillColor=#EDE7F6;strokeColor=#8C4FFF;rounded=1;whiteSpace=wrap;html=1;verticalAlign=top;fontStyle=1;fontSize=12;fontColor=#8C4FFF;fontFamily=Helvetica;container=1;collapsible=0;shadow=1;strokeWidth=1.5;" value="Analytics" vertex="1" parent="1"><mxGeometry x="540" y="1200" width="120" height="120" as="geometry"/></mxCell>
        <mxCell id="na-athena-icon" style="sketch=0;points=[[0,0,0],[0.25,0,0],[0.5,0,0],[0.75,0,0],[1,0,0],[0,1,0],[0.25,1,0],[0.5,1,0],[0.75,1,0],[1,1,0],[0,0.25,0],[0,0.5,0],[0,0.75,0],[1,0.25,0],[1,0.5,0],[1,0.75,0]];outlineConnect=0;fontColor=#232F3E;fillColor=#8C4FFF;strokeColor=#ffffff;dashed=0;verticalLabelPosition=bottom;verticalAlign=top;align=center;html=1;fontSize=10;fontStyle=0;aspect=fixed;shape=mxgraph.aws4.resourceIcon;resIcon=mxgraph.aws4.athena;fontFamily=Helvetica;shadow=1;" value="Amazon Athena&lt;div&gt;&lt;i&gt;interactive queries&lt;/i&gt;&lt;/div&gt;" vertex="1" parent="na-athena"><mxGeometry x="36" y="30" width="48" height="48" as="geometry"/></mxCell>
        <mxCell id="na-glue" style="fillColor=#EDE7F6;strokeColor=#8C4FFF;rounded=1;whiteSpace=wrap;html=1;verticalAlign=top;fontStyle=1;fontSize=12;fontColor=#8C4FFF;fontFamily=Helvetica;container=1;collapsible=0;shadow=1;strokeWidth=1.5;" value="Analytics" vertex="1" parent="1"><mxGeometry x="760" y="1200" width="120" height="120" as="geometry"/></mxCell>
        <mxCell id="na-glue-icon" style="sketch=0;points=[[0,0,0],[0.25,0,0],[0.5,0,0],[0.75,0,0],[1,0,0],[0,1,0],[0.25,1,0],[0.5,1,0],[0.75,1,0],[1,1,0],[0,0.25,0],[0,0.5,0],[0,0.75,0],[1,0.25,0],[1,0.5,0],[1,0.75,0]];outlineConnect=0;fontColor=#232F3E;fillColor=#8C4FFF;strokeColor=#ffffff;dashed=0;verticalLabelPosition=bottom;verticalAlign=top;align=center;html=1;fontSize=10;fontStyle=0;aspect=fixed;shape=mxgraph.aws4.resourceIcon;resIcon=mxgraph.aws4.glue;fontFamily=Helvetica;shadow=1;" value="AWS Glue&lt;div&gt;&lt;i&gt;catalog &#183; crawler&lt;/i&gt;&lt;/div&gt;" vertex="1" parent="na-glue"><mxGeometry x="36" y="30" width="48" height="48" as="geometry"/></mxCell>
        <mxCell id="na-lake" style="fillColor=#E8F5E9;strokeColor=#3F8624;rounded=1;whiteSpace=wrap;html=1;verticalAlign=top;fontStyle=1;fontSize=12;fontColor=#3F8624;fontFamily=Helvetica;container=1;collapsible=0;shadow=1;strokeWidth=1.5;" value="Storage" vertex="1" parent="1"><mxGeometry x="980" y="1200" width="120" height="120" as="geometry"/></mxCell>
        <mxCell id="na-lake-icon" style="sketch=0;points=[[0,0,0],[0.25,0,0],[0.5,0,0],[0.75,0,0],[1,0,0],[0,1,0],[0.25,1,0],[0.5,1,0],[0.75,1,0],[1,1,0],[0,0.25,0],[0,0.5,0],[0,0.75,0],[1,0.25,0],[1,0.5,0],[1,0.75,0]];outlineConnect=0;fontColor=#232F3E;fillColor=#3F8624;strokeColor=#ffffff;dashed=0;verticalLabelPosition=bottom;verticalAlign=top;align=center;html=1;fontSize=10;fontStyle=0;aspect=fixed;shape=mxgraph.aws4.resourceIcon;resIcon=mxgraph.aws4.s3;fontFamily=Helvetica;shadow=1;" value="Amazon S3&lt;div&gt;&lt;i&gt;analytics data lake&lt;/i&gt;&lt;/div&gt;" vertex="1" parent="na-lake"><mxGeometry x="36" y="30" width="48" height="48" as="geometry"/></mxCell>
        <mxCell id="eu-cognito" style="fillColor=#FFEBEE;strokeColor=#DD344C;rounded=1;whiteSpace=wrap;html=1;verticalAlign=top;fontStyle=1;fontSize=12;fontColor=#DD344C;fontFamily=Helvetica;container=1;collapsible=0;shadow=1;strokeWidth=1.5;" value="Authentication" vertex="1" parent="1"><mxGeometry x="2300" y="540" width="120" height="120" as="geometry"/></mxCell>
        <mxCell id="eu-cognito-icon" style="sketch=0;points=[[0,0,0],[0.25,0,0],[0.5,0,0],[0.75,0,0],[1,0,0],[0,1,0],[0.25,1,0],[0.5,1,0],[0.75,1,0],[1,1,0],[0,0.25,0],[0,0.5,0],[0,0.75,0],[1,0.25,0],[1,0.5,0],[1,0.75,0]];outlineConnect=0;fontColor=#232F3E;fillColor=#DD344C;strokeColor=#ffffff;dashed=0;verticalLabelPosition=bottom;verticalAlign=top;align=center;html=1;fontSize=10;fontStyle=0;aspect=fixed;shape=mxgraph.aws4.resourceIcon;resIcon=mxgraph.aws4.cognito;fontFamily=Helvetica;shadow=1;" value="Amazon Cognito&lt;div&gt;&lt;i&gt;player identity &#183; JWT&lt;/i&gt;&lt;/div&gt;" vertex="1" parent="eu-cognito"><mxGeometry x="36" y="30" width="48" height="48" as="geometry"/></mxCell>
        <mxCell id="eu-api" style="fillColor=#EDE7F6;strokeColor=#8C4FFF;rounded=1;whiteSpace=wrap;html=1;verticalAlign=top;fontStyle=1;fontSize=12;fontColor=#8C4FFF;fontFamily=Helvetica;container=1;collapsible=0;shadow=1;strokeWidth=1.5;" value="API" vertex="1" parent="1"><mxGeometry x="2040" y="540" width="120" height="120" as="geometry"/></mxCell>
        <mxCell id="eu-api-icon" style="sketch=0;points=[[0,0,0],[0.25,0,0],[0.5,0,0],[0.75,0,0],[1,0,0],[0,1,0],[0.25,1,0],[0.5,1,0],[0.75,1,0],[1,1,0],[0,0.25,0],[0,0.5,0],[0,0.75,0],[1,0.25,0],[1,0.5,0],[1,0.75,0]];outlineConnect=0;fontColor=#232F3E;fillColor=#8C4FFF;strokeColor=#ffffff;dashed=0;verticalLabelPosition=bottom;verticalAlign=top;align=center;html=1;fontSize=10;fontStyle=0;aspect=fixed;shape=mxgraph.aws4.resourceIcon;resIcon=mxgraph.aws4.api_gateway;fontFamily=Helvetica;shadow=1;" value="API Gateway&lt;div&gt;&lt;i&gt;HTTP API&lt;/i&gt;&lt;/div&gt;" vertex="1" parent="eu-api"><mxGeometry x="36" y="30" width="48" height="48" as="geometry"/></mxCell>
        <mxCell id="eu-assets" style="fillColor=#E8F5E9;strokeColor=#3F8624;rounded=1;whiteSpace=wrap;html=1;verticalAlign=top;fontStyle=1;fontSize=12;fontColor=#3F8624;fontFamily=Helvetica;container=1;collapsible=0;shadow=1;strokeWidth=1.5;" value="Storage" vertex="1" parent="1"><mxGeometry x="1820" y="540" width="120" height="120" as="geometry"/></mxCell>
        <mxCell id="eu-assets-icon" style="sketch=0;points=[[0,0,0],[0.25,0,0],[0.5,0,0],[0.75,0,0],[1,0,0],[0,1,0],[0.25,1,0],[0.5,1,0],[0.75,1,0],[1,1,0],[0,0.25,0],[0,0.5,0],[0,0.75,0],[1,0.25,0],[1,0.5,0],[1,0.75,0]];outlineConnect=0;fontColor=#232F3E;fillColor=#3F8624;strokeColor=#ffffff;dashed=0;verticalLabelPosition=bottom;verticalAlign=top;align=center;html=1;fontSize=10;fontStyle=0;aspect=fixed;shape=mxgraph.aws4.resourceIcon;resIcon=mxgraph.aws4.s3;fontFamily=Helvetica;shadow=1;" value="Amazon S3&lt;div&gt;&lt;i&gt;assets &#183; replays&lt;/i&gt;&lt;/div&gt;" vertex="1" parent="eu-assets"><mxGeometry x="36" y="30" width="48" height="48" as="geometry"/></mxCell>
        <mxCell id="eu-gamelift" style="fillColor=#FFF2E8;strokeColor=#ED7100;rounded=1;whiteSpace=wrap;html=1;verticalAlign=top;fontStyle=1;fontSize=12;fontColor=#ED7100;fontFamily=Helvetica;container=1;collapsible=0;shadow=1;strokeWidth=1.5;" value="Game Servers" vertex="1" parent="1"><mxGeometry x="1600" y="540" width="120" height="120" as="geometry"/></mxCell>
        <mxCell id="eu-gamelift-icon" style="sketch=0;points=[[0,0,0],[0.25,0,0],[0.5,0,0],[0.75,0,0],[1,0,0],[0,1,0],[0.25,1,0],[0.5,1,0],[0.75,1,0],[1,1,0],[0,0.25,0],[0,0.5,0],[0,0.75,0],[1,0.25,0],[1,0.5,0],[1,0.75,0]];outlineConnect=0;fontColor=#232F3E;fillColor=#ED7100;strokeColor=#ffffff;dashed=0;verticalLabelPosition=bottom;verticalAlign=top;align=center;html=1;fontSize=10;fontStyle=0;aspect=fixed;shape=mxgraph.aws4.resourceIcon;resIcon=mxgraph.aws4.gamelift_2;fontFamily=Helvetica;shadow=1;" value="Amazon GameLift&lt;div&gt;&lt;i&gt;fleet &#183; FlexMatch&lt;/i&gt;&lt;/div&gt;" vertex="1" parent="eu-gamelift"><mxGeometry x="36" y="30" width="48" height="48" as="geometry"/></mxCell>
        <mxCell id="eu-lambda" style="fillColor=#FFF2E8;strokeColor=#ED7100;rounded=1;whiteSpace=wrap;html=1;verticalAlign=top;fontStyle=1;fontSize=12;fontColor=#ED7100;fontFamily=Helvetica;container=1;collapsible=0;shadow=1;strokeWidth=1.5;" value="Compute" vertex="1" parent="1"><mxGeometry x="2300" y="760" width="120" height="120" as="geometry"/></mxCell>
        <mxCell id="eu-lambda-icon" style="sketch=0;points=[[0,0,0],[0.25,0,0],[0.5,0,0],[0.75,0,0],[1,0,0],[0,1,0],[0.25,1,0],[0.5,1,0],[0.75,1,0],[1,1,0],[0,0.25,0],[0,0.5,0],[0,0.75,0],[1,0.25,0],[1,0.5,0],[1,0.75,0]];outlineConnect=0;fontColor=#232F3E;fillColor=#ED7100;strokeColor=#ffffff;dashed=0;verticalLabelPosition=bottom;verticalAlign=top;align=center;html=1;fontSize=10;fontStyle=0;aspect=fixed;shape=mxgraph.aws4.resourceIcon;resIcon=mxgraph.aws4.lambda;fontFamily=Helvetica;shadow=1;" value="AWS Lambda&lt;div&gt;&lt;i&gt;backend API (VPC)&lt;/i&gt;&lt;/div&gt;" vertex="1" parent="eu-lambda"><mxGeometry x="36" y="30" width="48" height="48" as="geometry"/></mxCell>
        <mxCell id="eu-redis" style="fillColor=#F5E6F7;strokeColor=#C925D1;rounded=1;whiteSpace=wrap;html=1;verticalAlign=top;fontStyle=1;fontSize=12;fontColor=#C925D1;fontFamily=Helvetica;container=1;collapsible=0;shadow=1;strokeWidth=1.5;" value="Cache" vertex="1" parent="1"><mxGeometry x="2040" y="760" width="120" height="120" as="geometry"/></mxCell>
        <mxCell id="eu-redis-icon" style="sketch=0;points=[[0,0,0],[0.25,0,0],[0.5,0,0],[0.75,0,0],[1,0,0],[0,1,0],[0.25,1,0],[0.5,1,0],[0.75,1,0],[1,1,0],[0,0.25,0],[0,0.5,0],[0,0.75,0],[1,0.25,0],[1,0.5,0],[1,0.75,0]];outlineConnect=0;fontColor=#232F3E;fillColor=#C925D1;strokeColor=#ffffff;dashed=0;verticalLabelPosition=bottom;verticalAlign=top;align=center;html=1;fontSize=10;fontStyle=0;aspect=fixed;shape=mxgraph.aws4.resourceIcon;resIcon=mxgraph.aws4.elasticache;fontFamily=Helvetica;shadow=1;" value="ElastiCache&lt;div&gt;&lt;i&gt;Redis leaderboards&lt;/i&gt;&lt;/div&gt;" vertex="1" parent="eu-redis"><mxGeometry x="36" y="30" width="48" height="48" as="geometry"/></mxCell>
        <mxCell id="eu-kms" style="fillColor=#FFEBEE;strokeColor=#DD344C;rounded=1;whiteSpace=wrap;html=1;verticalAlign=top;fontStyle=1;fontSize=12;fontColor=#DD344C;fontFamily=Helvetica;container=1;collapsible=0;shadow=1;strokeWidth=1.5;" value="Encryption" vertex="1" parent="1"><mxGeometry x="1820" y="760" width="120" height="120" as="geometry"/></mxCell>
        <mxCell id="eu-kms-icon" style="sketch=0;points=[[0,0,0],[0.25,0,0],[0.5,0,0],[0.75,0,0],[1,0,0],[0,1,0],[0.25,1,0],[0.5,1,0],[0.75,1,0],[1,1,0],[0,0.25,0],[0,0.5,0],[0,0.75,0],[1,0.25,0],[1,0.5,0],[1,0.75,0]];outlineConnect=0;fontColor=#232F3E;fillColor=#DD344C;strokeColor=#ffffff;dashed=0;verticalLabelPosition=bottom;verticalAlign=top;align=center;html=1;fontSize=10;fontStyle=0;aspect=fixed;shape=mxgraph.aws4.resourceIcon;resIcon=mxgraph.aws4.key_management_service;fontFamily=Helvetica;shadow=1;" value="AWS KMS&lt;div&gt;&lt;i&gt;CMK at rest&lt;/i&gt;&lt;/div&gt;" vertex="1" parent="eu-kms"><mxGeometry x="36" y="30" width="48" height="48" as="geometry"/></mxCell>
        <mxCell id="eu-secrets" style="fillColor=#FFEBEE;strokeColor=#DD344C;rounded=1;whiteSpace=wrap;html=1;verticalAlign=top;fontStyle=1;fontSize=12;fontColor=#DD344C;fontFamily=Helvetica;container=1;collapsible=0;shadow=1;strokeWidth=1.5;" value="Secrets" vertex="1" parent="1"><mxGeometry x="1600" y="760" width="120" height="120" as="geometry"/></mxCell>
        <mxCell id="eu-secrets-icon" style="sketch=0;points=[[0,0,0],[0.25,0,0],[0.5,0,0],[0.75,0,0],[1,0,0],[0,1,0],[0.25,1,0],[0.5,1,0],[0.75,1,0],[1,1,0],[0,0.25,0],[0,0.5,0],[0,0.75,0],[1,0.25,0],[1,0.5,0],[1,0.75,0]];outlineConnect=0;fontColor=#232F3E;fillColor=#DD344C;strokeColor=#ffffff;dashed=0;verticalLabelPosition=bottom;verticalAlign=top;align=center;html=1;fontSize=10;fontStyle=0;aspect=fixed;shape=mxgraph.aws4.resourceIcon;resIcon=mxgraph.aws4.secrets_manager;fontFamily=Helvetica;shadow=1;" value="Secrets Mgr&lt;div&gt;&lt;i&gt;Stripe creds&lt;/i&gt;&lt;/div&gt;" vertex="1" parent="eu-secrets"><mxGeometry x="36" y="30" width="48" height="48" as="geometry"/></mxCell>
        <mxCell id="eu-dynamodb" style="fillColor=#F5E6F7;strokeColor=#C925D1;rounded=1;whiteSpace=wrap;html=1;verticalAlign=top;fontStyle=1;fontSize=12;fontColor=#C925D1;fontFamily=Helvetica;container=1;collapsible=0;shadow=1;strokeWidth=1.5;" value="Database" vertex="1" parent="1"><mxGeometry x="2300" y="980" width="120" height="120" as="geometry"/></mxCell>
        <mxCell id="eu-dynamodb-icon" style="sketch=0;points=[[0,0,0],[0.25,0,0],[0.5,0,0],[0.75,0,0],[1,0,0],[0,1,0],[0.25,1,0],[0.5,1,0],[0.75,1,0],[1,1,0],[0,0.25,0],[0,0.5,0],[0,0.75,0],[1,0.25,0],[1,0.5,0],[1,0.75,0]];outlineConnect=0;fontColor=#232F3E;fillColor=#C925D1;strokeColor=#ffffff;dashed=0;verticalLabelPosition=bottom;verticalAlign=top;align=center;html=1;fontSize=10;fontStyle=0;aspect=fixed;shape=mxgraph.aws4.resourceIcon;resIcon=mxgraph.aws4.dynamodb;fontFamily=Helvetica;shadow=1;" value="DynamoDB&lt;div&gt;&lt;i&gt;players &#183; PII (region)&lt;/i&gt;&lt;/div&gt;" vertex="1" parent="eu-dynamodb"><mxGeometry x="36" y="30" width="48" height="48" as="geometry"/></mxCell>
        <mxCell id="eu-kinesis" style="fillColor=#EDE7F6;strokeColor=#8C4FFF;rounded=1;whiteSpace=wrap;html=1;verticalAlign=top;fontStyle=1;fontSize=12;fontColor=#8C4FFF;fontFamily=Helvetica;container=1;collapsible=0;shadow=1;strokeWidth=1.5;" value="Streaming" vertex="1" parent="1"><mxGeometry x="2040" y="980" width="120" height="120" as="geometry"/></mxCell>
        <mxCell id="eu-kinesis-icon" style="sketch=0;points=[[0,0,0],[0.25,0,0],[0.5,0,0],[0.75,0,0],[1,0,0],[0,1,0],[0.25,1,0],[0.5,1,0],[0.75,1,0],[1,1,0],[0,0.25,0],[0,0.5,0],[0,0.75,0],[1,0.25,0],[1,0.5,0],[1,0.75,0]];outlineConnect=0;fontColor=#232F3E;fillColor=#8C4FFF;strokeColor=#ffffff;dashed=0;verticalLabelPosition=bottom;verticalAlign=top;align=center;html=1;fontSize=10;fontStyle=0;aspect=fixed;shape=mxgraph.aws4.resourceIcon;resIcon=mxgraph.aws4.kinesis_data_streams;fontFamily=Helvetica;shadow=1;" value="Kinesis&lt;div&gt;&lt;i&gt;telemetry stream&lt;/i&gt;&lt;/div&gt;" vertex="1" parent="eu-kinesis"><mxGeometry x="36" y="30" width="48" height="48" as="geometry"/></mxCell>
        <mxCell id="eu-flink" style="fillColor=#EDE7F6;strokeColor=#8C4FFF;rounded=1;whiteSpace=wrap;html=1;verticalAlign=top;fontStyle=1;fontSize=12;fontColor=#8C4FFF;fontFamily=Helvetica;container=1;collapsible=0;shadow=1;strokeWidth=1.5;" value="Analytics" vertex="1" parent="1"><mxGeometry x="1820" y="980" width="120" height="120" as="geometry"/></mxCell>
        <mxCell id="eu-flink-icon" style="sketch=0;points=[[0,0,0],[0.25,0,0],[0.5,0,0],[0.75,0,0],[1,0,0],[0,1,0],[0.25,1,0],[0.5,1,0],[0.75,1,0],[1,1,0],[0,0.25,0],[0,0.5,0],[0,0.75,0],[1,0.25,0],[1,0.5,0],[1,0.75,0]];outlineConnect=0;fontColor=#232F3E;fillColor=#8C4FFF;strokeColor=#ffffff;dashed=0;verticalLabelPosition=bottom;verticalAlign=top;align=center;html=1;fontSize=10;fontStyle=0;aspect=fixed;shape=mxgraph.aws4.resourceIcon;resIcon=mxgraph.aws4.managed_service_for_apache_flink;fontFamily=Helvetica;shadow=1;" value="Managed Flink&lt;div&gt;&lt;i&gt;anti-cheat (real-time)&lt;/i&gt;&lt;/div&gt;" vertex="1" parent="eu-flink"><mxGeometry x="36" y="30" width="48" height="48" as="geometry"/></mxCell>
        <mxCell id="eu-firehose" style="fillColor=#EDE7F6;strokeColor=#8C4FFF;rounded=1;whiteSpace=wrap;html=1;verticalAlign=top;fontStyle=1;fontSize=12;fontColor=#8C4FFF;fontFamily=Helvetica;container=1;collapsible=0;shadow=1;strokeWidth=1.5;" value="Streaming" vertex="1" parent="1"><mxGeometry x="1600" y="980" width="120" height="120" as="geometry"/></mxCell>
        <mxCell id="eu-firehose-icon" style="sketch=0;points=[[0,0,0],[0.25,0,0],[0.5,0,0],[0.75,0,0],[1,0,0],[0,1,0],[0.25,1,0],[0.5,1,0],[0.75,1,0],[1,1,0],[0,0.25,0],[0,0.5,0],[0,0.75,0],[1,0.25,0],[1,0.5,0],[1,0.75,0]];outlineConnect=0;fontColor=#232F3E;fillColor=#8C4FFF;strokeColor=#ffffff;dashed=0;verticalLabelPosition=bottom;verticalAlign=top;align=center;html=1;fontSize=10;fontStyle=0;aspect=fixed;shape=mxgraph.aws4.resourceIcon;resIcon=mxgraph.aws4.kinesis_data_firehose;fontFamily=Helvetica;shadow=1;" value="Data Firehose&lt;div&gt;&lt;i&gt;batch to lake&lt;/i&gt;&lt;/div&gt;" vertex="1" parent="eu-firehose"><mxGeometry x="36" y="30" width="48" height="48" as="geometry"/></mxCell>
        <mxCell id="eu-quicksight" style="fillColor=#EDE7F6;strokeColor=#8C4FFF;rounded=1;whiteSpace=wrap;html=1;verticalAlign=top;fontStyle=1;fontSize=12;fontColor=#8C4FFF;fontFamily=Helvetica;container=1;collapsible=0;shadow=1;strokeWidth=1.5;" value="Analytics" vertex="1" parent="1"><mxGeometry x="2300" y="1200" width="120" height="120" as="geometry"/></mxCell>
        <mxCell id="eu-quicksight-icon" style="sketch=0;points=[[0,0,0],[0.25,0,0],[0.5,0,0],[0.75,0,0],[1,0,0],[0,1,0],[0.25,1,0],[0.5,1,0],[0.75,1,0],[1,1,0],[0,0.25,0],[0,0.5,0],[0,0.75,0],[1,0.25,0],[1,0.5,0],[1,0.75,0]];outlineConnect=0;fontColor=#232F3E;fillColor=#8C4FFF;strokeColor=#ffffff;dashed=0;verticalLabelPosition=bottom;verticalAlign=top;align=center;html=1;fontSize=10;fontStyle=0;aspect=fixed;shape=mxgraph.aws4.resourceIcon;resIcon=mxgraph.aws4.quicksight;fontFamily=Helvetica;shadow=1;" value="QuickSight&lt;div&gt;&lt;i&gt;KPI dashboards&lt;/i&gt;&lt;/div&gt;" vertex="1" parent="eu-quicksight"><mxGeometry x="36" y="30" width="48" height="48" as="geometry"/></mxCell>
        <mxCell id="eu-athena" style="fillColor=#EDE7F6;strokeColor=#8C4FFF;rounded=1;whiteSpace=wrap;html=1;verticalAlign=top;fontStyle=1;fontSize=12;fontColor=#8C4FFF;fontFamily=Helvetica;container=1;collapsible=0;shadow=1;strokeWidth=1.5;" value="Analytics" vertex="1" parent="1"><mxGeometry x="2040" y="1200" width="120" height="120" as="geometry"/></mxCell>
        <mxCell id="eu-athena-icon" style="sketch=0;points=[[0,0,0],[0.25,0,0],[0.5,0,0],[0.75,0,0],[1,0,0],[0,1,0],[0.25,1,0],[0.5,1,0],[0.75,1,0],[1,1,0],[0,0.25,0],[0,0.5,0],[0,0.75,0],[1,0.25,0],[1,0.5,0],[1,0.75,0]];outlineConnect=0;fontColor=#232F3E;fillColor=#8C4FFF;strokeColor=#ffffff;dashed=0;verticalLabelPosition=bottom;verticalAlign=top;align=center;html=1;fontSize=10;fontStyle=0;aspect=fixed;shape=mxgraph.aws4.resourceIcon;resIcon=mxgraph.aws4.athena;fontFamily=Helvetica;shadow=1;" value="Amazon Athena&lt;div&gt;&lt;i&gt;interactive queries&lt;/i&gt;&lt;/div&gt;" vertex="1" parent="eu-athena"><mxGeometry x="36" y="30" width="48" height="48" as="geometry"/></mxCell>
        <mxCell id="eu-glue" style="fillColor=#EDE7F6;strokeColor=#8C4FFF;rounded=1;whiteSpace=wrap;html=1;verticalAlign=top;fontStyle=1;fontSize=12;fontColor=#8C4FFF;fontFamily=Helvetica;container=1;collapsible=0;shadow=1;strokeWidth=1.5;" value="Analytics" vertex="1" parent="1"><mxGeometry x="1820" y="1200" width="120" height="120" as="geometry"/></mxCell>
        <mxCell id="eu-glue-icon" style="sketch=0;points=[[0,0,0],[0.25,0,0],[0.5,0,0],[0.75,0,0],[1,0,0],[0,1,0],[0.25,1,0],[0.5,1,0],[0.75,1,0],[1,1,0],[0,0.25,0],[0,0.5,0],[0,0.75,0],[1,0.25,0],[1,0.5,0],[1,0.75,0]];outlineConnect=0;fontColor=#232F3E;fillColor=#8C4FFF;strokeColor=#ffffff;dashed=0;verticalLabelPosition=bottom;verticalAlign=top;align=center;html=1;fontSize=10;fontStyle=0;aspect=fixed;shape=mxgraph.aws4.resourceIcon;resIcon=mxgraph.aws4.glue;fontFamily=Helvetica;shadow=1;" value="AWS Glue&lt;div&gt;&lt;i&gt;catalog &#183; crawler&lt;/i&gt;&lt;/div&gt;" vertex="1" parent="eu-glue"><mxGeometry x="36" y="30" width="48" height="48" as="geometry"/></mxCell>
        <mxCell id="eu-lake" style="fillColor=#E8F5E9;strokeColor=#3F8624;rounded=1;whiteSpace=wrap;html=1;verticalAlign=top;fontStyle=1;fontSize=12;fontColor=#3F8624;fontFamily=Helvetica;container=1;collapsible=0;shadow=1;strokeWidth=1.5;" value="Storage" vertex="1" parent="1"><mxGeometry x="1600" y="1200" width="120" height="120" as="geometry"/></mxCell>
        <mxCell id="eu-lake-icon" style="sketch=0;points=[[0,0,0],[0.25,0,0],[0.5,0,0],[0.75,0,0],[1,0,0],[0,1,0],[0.25,1,0],[0.5,1,0],[0.75,1,0],[1,1,0],[0,0.25,0],[0,0.5,0],[0,0.75,0],[1,0.25,0],[1,0.5,0],[1,0.75,0]];outlineConnect=0;fontColor=#232F3E;fillColor=#3F8624;strokeColor=#ffffff;dashed=0;verticalLabelPosition=bottom;verticalAlign=top;align=center;html=1;fontSize=10;fontStyle=0;aspect=fixed;shape=mxgraph.aws4.resourceIcon;resIcon=mxgraph.aws4.s3;fontFamily=Helvetica;shadow=1;" value="Amazon S3&lt;div&gt;&lt;i&gt;analytics data lake&lt;/i&gt;&lt;/div&gt;" vertex="1" parent="eu-lake"><mxGeometry x="36" y="30" width="48" height="48" as="geometry"/></mxCell>
        <mxCell id="e-na-api-cognito" style="edgeStyle=orthogonalEdgeStyle;rounded=0;orthogonalLoop=1;jettySize=auto;html=1;strokeColor=#545B64;strokeWidth=2;endArrow=block;endFill=1;fontFamily=Helvetica;" edge="1" parent="1" source="na-api-icon" target="na-cognito-icon">
        <mxGeometry relative="1" as="geometry"/>
        </mxCell>
        <mxCell id="e-na-api-lambda" style="edgeStyle=orthogonalEdgeStyle;rounded=0;orthogonalLoop=1;jettySize=auto;html=1;strokeColor=#545B64;strokeWidth=2;endArrow=block;endFill=1;fontFamily=Helvetica;" edge="1" parent="1" source="na-api-icon" target="na-lambda-icon">
        <mxGeometry relative="1" as="geometry"/>
        </mxCell>
        <mxCell id="e-na-lambda-redis" style="edgeStyle=orthogonalEdgeStyle;rounded=0;orthogonalLoop=1;jettySize=auto;html=1;strokeColor=#545B64;strokeWidth=2;endArrow=block;endFill=1;fontFamily=Helvetica;" edge="1" parent="1" source="na-lambda-icon" target="na-redis-icon">
        <mxGeometry relative="1" as="geometry"/>
        </mxCell>
        <mxCell id="e-na-lambda-dynamodb" style="edgeStyle=orthogonalEdgeStyle;rounded=0;orthogonalLoop=1;jettySize=auto;html=1;strokeColor=#545B64;strokeWidth=2;endArrow=block;endFill=1;fontFamily=Helvetica;" edge="1" parent="1" source="na-lambda-icon" target="na-dynamodb-icon">
        <mxGeometry relative="1" as="geometry"/>
        </mxCell>
        <mxCell id="e-na-lambda-gamelift" style="edgeStyle=orthogonalEdgeStyle;rounded=0;orthogonalLoop=1;jettySize=auto;html=1;strokeColor=#545B64;strokeWidth=2;endArrow=block;endFill=1;fontFamily=Helvetica;exitX=0.5;exitY=0;exitDx=0;exitDy=0;entryX=0.5;entryY=0;entryDx=0;entryDy=0;" edge="1" parent="1" source="na-lambda-icon" target="na-gamelift-icon">
        <mxGeometry relative="1" as="geometry"><Array as="points"><mxPoint x="380.0" y="500"/><mxPoint x="1040.0" y="500"/></Array></mxGeometry>
        </mxCell>
        <mxCell id="e-na-lambda-kinesis" style="edgeStyle=orthogonalEdgeStyle;rounded=0;orthogonalLoop=1;jettySize=auto;html=1;strokeColor=#545B64;strokeWidth=2;endArrow=block;endFill=1;fontFamily=Helvetica;exitX=1;exitY=0.5;exitDx=0;exitDy=0;entryX=0;entryY=0.5;entryDx=0;entryDy=0;" edge="1" parent="1" source="na-lambda-icon" target="na-kinesis-icon">
        <mxGeometry relative="1" as="geometry"><Array as="points"><mxPoint x="490.0" y="820.0"/><mxPoint x="490.0" y="1040.0"/></Array></mxGeometry>
        </mxCell>
        <mxCell id="e-na-kinesis-flink" style="edgeStyle=orthogonalEdgeStyle;rounded=0;orthogonalLoop=1;jettySize=auto;html=1;strokeColor=#545B64;strokeWidth=2;endArrow=block;endFill=1;fontFamily=Helvetica;" edge="1" parent="1" source="na-kinesis-icon" target="na-flink-icon">
        <mxGeometry relative="1" as="geometry"/>
        </mxCell>
        <mxCell id="e-na-kinesis-firehose" style="edgeStyle=orthogonalEdgeStyle;rounded=0;orthogonalLoop=1;jettySize=auto;html=1;strokeColor=#545B64;strokeWidth=2;endArrow=block;endFill=1;fontFamily=Helvetica;exitX=0.5;exitY=1;exitDx=0;exitDy=0;entryX=0.5;entryY=1;entryDx=0;entryDy=0;" edge="1" parent="1" source="na-kinesis-icon" target="na-firehose-icon">
        <mxGeometry relative="1" as="geometry"><Array as="points"><mxPoint x="600.0" y="1130"/><mxPoint x="1040.0" y="1130"/></Array></mxGeometry>
        </mxCell>
        <mxCell id="e-na-firehose-lake" style="edgeStyle=orthogonalEdgeStyle;rounded=0;orthogonalLoop=1;jettySize=auto;html=1;strokeColor=#545B64;strokeWidth=2;endArrow=block;endFill=1;fontFamily=Helvetica;" edge="1" parent="1" source="na-firehose-icon" target="na-lake-icon">
        <mxGeometry relative="1" as="geometry"/>
        </mxCell>
        <mxCell id="e-na-lake-glue" style="edgeStyle=orthogonalEdgeStyle;rounded=0;orthogonalLoop=1;jettySize=auto;html=1;strokeColor=#545B64;strokeWidth=2;endArrow=block;endFill=1;fontFamily=Helvetica;" edge="1" parent="1" source="na-lake-icon" target="na-glue-icon">
        <mxGeometry relative="1" as="geometry"/>
        </mxCell>
        <mxCell id="e-na-glue-athena" style="edgeStyle=orthogonalEdgeStyle;rounded=0;orthogonalLoop=1;jettySize=auto;html=1;strokeColor=#545B64;strokeWidth=2;endArrow=block;endFill=1;fontFamily=Helvetica;" edge="1" parent="1" source="na-glue-icon" target="na-athena-icon">
        <mxGeometry relative="1" as="geometry"/>
        </mxCell>
        <mxCell id="e-na-athena-quicksight" style="edgeStyle=orthogonalEdgeStyle;rounded=0;orthogonalLoop=1;jettySize=auto;html=1;strokeColor=#545B64;strokeWidth=2;endArrow=block;endFill=1;fontFamily=Helvetica;" edge="1" parent="1" source="na-athena-icon" target="na-quicksight-icon">
        <mxGeometry relative="1" as="geometry"/>
        </mxCell>
        <mxCell id="e-na-gl-sessions" style="edgeStyle=orthogonalEdgeStyle;rounded=0;orthogonalLoop=1;jettySize=auto;html=1;strokeColor=#545B64;strokeWidth=2;endArrow=block;endFill=1;fontFamily=Helvetica;exitX=1;exitY=0.5;exitDx=0;exitDy=0;entryX=0;entryY=0.3;entryDx=0;entryDy=0;" edge="1" parent="1" source="na-gamelift-icon" target="gt-sessions-icon">
        <mxGeometry relative="1" as="geometry"/>
        </mxCell>
        <mxCell id="e-na-gl-mm" style="edgeStyle=orthogonalEdgeStyle;rounded=0;orthogonalLoop=1;jettySize=auto;html=1;strokeColor=#545B64;strokeWidth=2;endArrow=block;endFill=1;fontFamily=Helvetica;exitX=1;exitY=0.75;exitDx=0;exitDy=0;entryX=0;entryY=0.3;entryDx=0;entryDy=0;" edge="1" parent="1" source="na-gamelift-icon" target="gt-matchmaking-icon">
        <mxGeometry relative="1" as="geometry"/>
        </mxCell>
        <mxCell id="e-eu-api-cognito" style="edgeStyle=orthogonalEdgeStyle;rounded=0;orthogonalLoop=1;jettySize=auto;html=1;strokeColor=#545B64;strokeWidth=2;endArrow=block;endFill=1;fontFamily=Helvetica;" edge="1" parent="1" source="eu-api-icon" target="eu-cognito-icon">
        <mxGeometry relative="1" as="geometry"/>
        </mxCell>
        <mxCell id="e-eu-api-lambda" style="edgeStyle=orthogonalEdgeStyle;rounded=0;orthogonalLoop=1;jettySize=auto;html=1;strokeColor=#545B64;strokeWidth=2;endArrow=block;endFill=1;fontFamily=Helvetica;" edge="1" parent="1" source="eu-api-icon" target="eu-lambda-icon">
        <mxGeometry relative="1" as="geometry"/>
        </mxCell>
        <mxCell id="e-eu-lambda-redis" style="edgeStyle=orthogonalEdgeStyle;rounded=0;orthogonalLoop=1;jettySize=auto;html=1;strokeColor=#545B64;strokeWidth=2;endArrow=block;endFill=1;fontFamily=Helvetica;" edge="1" parent="1" source="eu-lambda-icon" target="eu-redis-icon">
        <mxGeometry relative="1" as="geometry"/>
        </mxCell>
        <mxCell id="e-eu-lambda-dynamodb" style="edgeStyle=orthogonalEdgeStyle;rounded=0;orthogonalLoop=1;jettySize=auto;html=1;strokeColor=#545B64;strokeWidth=2;endArrow=block;endFill=1;fontFamily=Helvetica;" edge="1" parent="1" source="eu-lambda-icon" target="eu-dynamodb-icon">
        <mxGeometry relative="1" as="geometry"/>
        </mxCell>
        <mxCell id="e-eu-lambda-gamelift" style="edgeStyle=orthogonalEdgeStyle;rounded=0;orthogonalLoop=1;jettySize=auto;html=1;strokeColor=#545B64;strokeWidth=2;endArrow=block;endFill=1;fontFamily=Helvetica;exitX=0.5;exitY=0;exitDx=0;exitDy=0;entryX=0.5;entryY=0;entryDx=0;entryDy=0;" edge="1" parent="1" source="eu-lambda-icon" target="eu-gamelift-icon">
        <mxGeometry relative="1" as="geometry"><Array as="points"><mxPoint x="2360.0" y="500"/><mxPoint x="1660.0" y="500"/></Array></mxGeometry>
        </mxCell>
        <mxCell id="e-eu-lambda-kinesis" style="edgeStyle=orthogonalEdgeStyle;rounded=0;orthogonalLoop=1;jettySize=auto;html=1;strokeColor=#545B64;strokeWidth=2;endArrow=block;endFill=1;fontFamily=Helvetica;exitX=0;exitY=0.5;exitDx=0;exitDy=0;entryX=1;entryY=0.5;entryDx=0;entryDy=0;" edge="1" parent="1" source="eu-lambda-icon" target="eu-kinesis-icon">
        <mxGeometry relative="1" as="geometry"><Array as="points"><mxPoint x="2230.0" y="820.0"/><mxPoint x="2230.0" y="1040.0"/></Array></mxGeometry>
        </mxCell>
        <mxCell id="e-eu-kinesis-flink" style="edgeStyle=orthogonalEdgeStyle;rounded=0;orthogonalLoop=1;jettySize=auto;html=1;strokeColor=#545B64;strokeWidth=2;endArrow=block;endFill=1;fontFamily=Helvetica;" edge="1" parent="1" source="eu-kinesis-icon" target="eu-flink-icon">
        <mxGeometry relative="1" as="geometry"/>
        </mxCell>
        <mxCell id="e-eu-kinesis-firehose" style="edgeStyle=orthogonalEdgeStyle;rounded=0;orthogonalLoop=1;jettySize=auto;html=1;strokeColor=#545B64;strokeWidth=2;endArrow=block;endFill=1;fontFamily=Helvetica;exitX=0.5;exitY=1;exitDx=0;exitDy=0;entryX=0.5;entryY=1;entryDx=0;entryDy=0;" edge="1" parent="1" source="eu-kinesis-icon" target="eu-firehose-icon">
        <mxGeometry relative="1" as="geometry"><Array as="points"><mxPoint x="2100.0" y="1130"/><mxPoint x="1660.0" y="1130"/></Array></mxGeometry>
        </mxCell>
        <mxCell id="e-eu-firehose-lake" style="edgeStyle=orthogonalEdgeStyle;rounded=0;orthogonalLoop=1;jettySize=auto;html=1;strokeColor=#545B64;strokeWidth=2;endArrow=block;endFill=1;fontFamily=Helvetica;" edge="1" parent="1" source="eu-firehose-icon" target="eu-lake-icon">
        <mxGeometry relative="1" as="geometry"/>
        </mxCell>
        <mxCell id="e-eu-lake-glue" style="edgeStyle=orthogonalEdgeStyle;rounded=0;orthogonalLoop=1;jettySize=auto;html=1;strokeColor=#545B64;strokeWidth=2;endArrow=block;endFill=1;fontFamily=Helvetica;" edge="1" parent="1" source="eu-lake-icon" target="eu-glue-icon">
        <mxGeometry relative="1" as="geometry"/>
        </mxCell>
        <mxCell id="e-eu-glue-athena" style="edgeStyle=orthogonalEdgeStyle;rounded=0;orthogonalLoop=1;jettySize=auto;html=1;strokeColor=#545B64;strokeWidth=2;endArrow=block;endFill=1;fontFamily=Helvetica;" edge="1" parent="1" source="eu-glue-icon" target="eu-athena-icon">
        <mxGeometry relative="1" as="geometry"/>
        </mxCell>
        <mxCell id="e-eu-athena-quicksight" style="edgeStyle=orthogonalEdgeStyle;rounded=0;orthogonalLoop=1;jettySize=auto;html=1;strokeColor=#545B64;strokeWidth=2;endArrow=block;endFill=1;fontFamily=Helvetica;" edge="1" parent="1" source="eu-athena-icon" target="eu-quicksight-icon">
        <mxGeometry relative="1" as="geometry"/>
        </mxCell>
        <mxCell id="e-eu-gl-sessions" style="edgeStyle=orthogonalEdgeStyle;rounded=0;orthogonalLoop=1;jettySize=auto;html=1;strokeColor=#545B64;strokeWidth=2;endArrow=block;endFill=1;fontFamily=Helvetica;exitX=0;exitY=0.5;exitDx=0;exitDy=0;entryX=1;entryY=0.3;entryDx=0;entryDy=0;" edge="1" parent="1" source="eu-gamelift-icon" target="gt-sessions-icon">
        <mxGeometry relative="1" as="geometry"/>
        </mxCell>
        <mxCell id="e-eu-gl-mm" style="edgeStyle=orthogonalEdgeStyle;rounded=0;orthogonalLoop=1;jettySize=auto;html=1;strokeColor=#545B64;strokeWidth=2;endArrow=block;endFill=1;fontFamily=Helvetica;exitX=0;exitY=0.75;exitDx=0;exitDy=0;entryX=1;entryY=0.3;entryDx=0;entryDy=0;" edge="1" parent="1" source="eu-gamelift-icon" target="gt-matchmaking-icon">
        <mxGeometry relative="1" as="geometry"/>
        </mxCell>
        <mxCell id="e-users-cf" style="edgeStyle=orthogonalEdgeStyle;rounded=0;orthogonalLoop=1;jettySize=auto;html=1;strokeColor=#545B64;strokeWidth=2;endArrow=block;endFill=1;fontFamily=Helvetica;exitX=1;exitY=0.4;exitDx=0;exitDy=0;entryX=0;entryY=0.5;entryDx=0;entryDy=0;" edge="1" parent="1" source="users-icon" target="g-cloudfront-icon">
        <mxGeometry relative="1" as="geometry"><Array as="points"><mxPoint x="220" y="310"/></Array></mxGeometry>
        </mxCell>
        <mxCell id="e-users-r53" style="edgeStyle=orthogonalEdgeStyle;rounded=0;orthogonalLoop=1;jettySize=auto;html=1;strokeColor=#545B64;strokeWidth=2;endArrow=block;endFill=1;fontFamily=Helvetica;exitX=1;exitY=0.75;exitDx=0;exitDy=0;entryX=0.5;entryY=1;entryDx=0;entryDy=0;" edge="1" parent="1" source="users-icon" target="g-route53-icon">
        <mxGeometry relative="1" as="geometry"><Array as="points"><mxPoint x="220" y="430"/><mxPoint x="1040" y="430"/></Array></mxGeometry>
        </mxCell>
        <mxCell id="e-r53-na-api" style="edgeStyle=orthogonalEdgeStyle;rounded=0;orthogonalLoop=1;jettySize=auto;html=1;strokeColor=#545B64;strokeWidth=2;endArrow=block;endFill=1;fontFamily=Helvetica;exitX=0.3;exitY=1;exitDx=0;exitDy=0;entryX=0.5;entryY=0;entryDx=0;entryDy=0;" edge="1" parent="1" source="g-route53-icon" target="na-api-icon">
        <mxGeometry relative="1" as="geometry"><Array as="points"><mxPoint x="1016" y="455"/><mxPoint x="600.0" y="455"/></Array></mxGeometry>
        </mxCell>
        <mxCell id="e-r53-eu-api" style="edgeStyle=orthogonalEdgeStyle;rounded=0;orthogonalLoop=1;jettySize=auto;html=1;strokeColor=#545B64;strokeWidth=2;endArrow=block;endFill=1;fontFamily=Helvetica;exitX=0.7;exitY=1;exitDx=0;exitDy=0;entryX=0.5;entryY=0;entryDx=0;entryDy=0;" edge="1" parent="1" source="g-route53-icon" target="eu-api-icon">
        <mxGeometry relative="1" as="geometry"><Array as="points"><mxPoint x="1064" y="455"/><mxPoint x="2100.0" y="455"/></Array></mxGeometry>
        </mxCell>
        <mxCell id="e-cf-na-assets" style="edgeStyle=orthogonalEdgeStyle;rounded=0;orthogonalLoop=1;jettySize=auto;html=1;strokeColor=#545B64;strokeWidth=2;endArrow=block;endFill=1;fontFamily=Helvetica;exitX=0.3;exitY=1;exitDx=0;exitDy=0;entryX=0.5;entryY=0;entryDx=0;entryDy=0;" edge="1" parent="1" source="g-cloudfront-icon" target="na-assets-icon">
        <mxGeometry relative="1" as="geometry"><Array as="points"><mxPoint x="796" y="420"/><mxPoint x="820.0" y="420"/></Array></mxGeometry>
        </mxCell>
        <mxCell id="e-cf-eu-assets" style="edgeStyle=orthogonalEdgeStyle;rounded=0;orthogonalLoop=1;jettySize=auto;html=1;strokeColor=#545B64;strokeWidth=2;endArrow=block;endFill=1;fontFamily=Helvetica;exitX=0.7;exitY=1;exitDx=0;exitDy=0;entryX=0.5;entryY=0;entryDx=0;entryDy=0;" edge="1" parent="1" source="g-cloudfront-icon" target="eu-assets-icon">
        <mxGeometry relative="1" as="geometry"><Array as="points"><mxPoint x="844" y="420"/><mxPoint x="1880.0" y="420"/></Array></mxGeometry>
        </mxCell>
        <mxCell id="e-waf-cf" style="edgeStyle=orthogonalEdgeStyle;rounded=0;orthogonalLoop=1;jettySize=auto;html=1;strokeColor=#545B64;strokeWidth=2;endArrow=block;endFill=1;fontFamily=Helvetica;strokeColor=#DD344C;dashed=1;endArrow=open;exitX=0.5;exitY=0;exitDx=0;exitDy=0;entryX=0.5;entryY=0;entryDx=0;entryDy=0;" edge="1" parent="1" source="g-waf-icon" target="g-cloudfront-icon">
        <mxGeometry relative="1" as="geometry"><Array as="points"><mxPoint x="1260" y="220"/><mxPoint x="820" y="220"/></Array></mxGeometry>
        </mxCell>
        <mxCell id="e-shield-cf" style="edgeStyle=orthogonalEdgeStyle;rounded=0;orthogonalLoop=1;jettySize=auto;html=1;strokeColor=#545B64;strokeWidth=2;endArrow=block;endFill=1;fontFamily=Helvetica;strokeColor=#DD344C;dashed=1;endArrow=open;exitX=0.5;exitY=0;exitDx=0;exitDy=0;entryX=0.5;entryY=0;entryDx=0;entryDy=0;" edge="1" parent="1" source="g-shield-icon" target="g-cloudfront-icon">
        <mxGeometry relative="1" as="geometry"><Array as="points"><mxPoint x="1480" y="200"/><mxPoint x="820" y="200"/></Array></mxGeometry>
        </mxCell>
        <mxCell id="badge-1" value="1" style="rounded=1;whiteSpace=wrap;html=1;fillColor=#007CBD;strokeColor=default;fontColor=#FFFFFF;fontStyle=1;fontSize=16;fontFamily=Helvetica;shadow=1;glass=0;strokeWidth=2;align=center;verticalAlign=middle;labelBackgroundColor=none;" vertex="1" parent="1"><mxGeometry x="300" y="360" width="28" height="28" as="geometry"/></mxCell>
        <mxCell id="badge-2" value="2" style="rounded=1;whiteSpace=wrap;html=1;fillColor=#007CBD;strokeColor=default;fontColor=#FFFFFF;fontStyle=1;fontSize=16;fontFamily=Helvetica;shadow=1;glass=0;strokeWidth=2;align=center;verticalAlign=middle;labelBackgroundColor=none;" vertex="1" parent="1"><mxGeometry x="505" y="520" width="28" height="28" as="geometry"/></mxCell>
        <mxCell id="badge-3" value="3" style="rounded=1;whiteSpace=wrap;html=1;fillColor=#007CBD;strokeColor=default;fontColor=#FFFFFF;fontStyle=1;fontSize=16;fontFamily=Helvetica;shadow=1;glass=0;strokeWidth=2;align=center;verticalAlign=middle;labelBackgroundColor=none;" vertex="1" parent="1"><mxGeometry x="520" y="700" width="28" height="28" as="geometry"/></mxCell>
-         <mxCell id="badge-4" value="4" style="rounded=1;whiteSpace=wrap;html=1;fillColor=#007CBD;strokeColor=default;fontColor=#FFFFFF;fontStyle=1;fontSize=16;fontFamily=Helvetica;shadow=1;glass=0;strokeWidth=2;align=center;verticalAlign=middle;labelBackgroundColor=none;" vertex="1" parent="1"><mxGeometry x="430" y="905" width="28" height="28" as="geometry"/></mxCell>
+         <mxCell id="badge-4" value="4" style="rounded=1;whiteSpace=wrap;html=1;fillColor=#007CBD;strokeColor=default;fontColor=#FFFFFF;fontStyle=1;fontSize=16;fontFamily=Helvetica;shadow=1;glass=0;strokeWidth=2;align=center;verticalAlign=middle;labelBackgroundColor=none;" vertex="1" parent="1"><mxGeometry x="430" y="945" width="28" height="28" as="geometry"/></mxCell>
        <mxCell id="badge-5" value="5" style="rounded=1;whiteSpace=wrap;html=1;fillColor=#007CBD;strokeColor=default;fontColor=#FFFFFF;fontStyle=1;fontSize=16;fontFamily=Helvetica;shadow=1;glass=0;strokeWidth=2;align=center;verticalAlign=middle;labelBackgroundColor=none;" vertex="1" parent="1"><mxGeometry x="300" y="690" width="28" height="28" as="geometry"/></mxCell>
-         <mxCell id="badge-6" value="6" style="rounded=1;whiteSpace=wrap;html=1;fillColor=#007CBD;strokeColor=default;fontColor=#FFFFFF;fontStyle=1;fontSize=16;fontFamily=Helvetica;shadow=1;glass=0;strokeWidth=2;align=center;verticalAlign=middle;labelBackgroundColor=none;" vertex="1" parent="1"><mxGeometry x="470" y="905" width="28" height="28" as="geometry"/></mxCell>
+         <mxCell id="badge-6" value="6" style="rounded=1;whiteSpace=wrap;html=1;fillColor=#007CBD;strokeColor=default;fontColor=#FFFFFF;fontStyle=1;fontSize=16;fontFamily=Helvetica;shadow=1;glass=0;strokeWidth=2;align=center;verticalAlign=middle;labelBackgroundColor=none;" vertex="1" parent="1"><mxGeometry x="470" y="945" width="28" height="28" as="geometry"/></mxCell>
        <mxCell id="badge-7" value="7" style="rounded=1;whiteSpace=wrap;html=1;fillColor=#007CBD;strokeColor=default;fontColor=#FFFFFF;fontStyle=1;fontSize=16;fontFamily=Helvetica;shadow=1;glass=0;strokeWidth=2;align=center;verticalAlign=middle;labelBackgroundColor=none;" vertex="1" parent="1"><mxGeometry x="700" y="940" width="28" height="28" as="geometry"/></mxCell>
        <mxCell id="badge-8" value="8" style="rounded=1;whiteSpace=wrap;html=1;fillColor=#007CBD;strokeColor=default;fontColor=#FFFFFF;fontStyle=1;fontSize=16;fontFamily=Helvetica;shadow=1;glass=0;strokeWidth=2;align=center;verticalAlign=middle;labelBackgroundColor=none;" vertex="1" parent="1"><mxGeometry x="1015" y="1130" width="28" height="28" as="geometry"/></mxCell>
        <mxCell id="badge-9" value="9" style="rounded=1;whiteSpace=wrap;html=1;fillColor=#007CBD;strokeColor=default;fontColor=#FFFFFF;fontStyle=1;fontSize=16;fontFamily=Helvetica;shadow=1;glass=0;strokeWidth=2;align=center;verticalAlign=middle;labelBackgroundColor=none;" vertex="1" parent="1"><mxGeometry x="905" y="1240" width="28" height="28" as="geometry"/></mxCell>
        <mxCell id="badge-10" value="10" style="rounded=1;whiteSpace=wrap;html=1;fillColor=#007CBD;strokeColor=default;fontColor=#FFFFFF;fontStyle=1;fontSize=16;fontFamily=Helvetica;shadow=1;glass=0;strokeWidth=2;align=center;verticalAlign=middle;labelBackgroundColor=none;" vertex="1" parent="1"><mxGeometry x="700" y="400" width="28" height="28" as="geometry"/></mxCell>
        <mxCell id="badge-11" value="11" style="rounded=1;whiteSpace=wrap;html=1;fillColor=#007CBD;strokeColor=default;fontColor=#FFFFFF;fontStyle=1;fontSize=16;fontFamily=Helvetica;shadow=1;glass=0;strokeWidth=2;align=center;verticalAlign=middle;labelBackgroundColor=none;" vertex="1" parent="1"><mxGeometry x="1115" y="690" width="28" height="28" as="geometry"/></mxCell>
        <mxCell id="legend-bg" value="" style="rounded=1;arcSize=60;absoluteArcSize=1;whiteSpace=wrap;html=1;fillColor=light-dark(#EDF3FF,#305363);strokeColor=#6c8ebf;strokeWidth=1;fontFamily=Helvetica;" vertex="1" parent="1"><mxGeometry x="2510" y="210" width="660" height="1200" as="geometry"/></mxCell>
        <mxCell id="legend-title" value="Request &amp; data flow" style="text;html=1;align=left;verticalAlign=top;fontSize=18;fontStyle=1;fontFamily=Helvetica;fontColor=light-dark(#0A2540,#FFFFFF);" vertex="1" parent="1"><mxGeometry x="2534" y="228" width="600" height="30" as="geometry"/></mxCell>
        <mxCell id="leg-1-badge" value="1" style="rounded=1;whiteSpace=wrap;html=1;fillColor=#007CBD;strokeColor=default;fontColor=#FFFFFF;fontStyle=1;fontSize=22;fontFamily=Helvetica;shadow=1;glass=0;strokeWidth=2;align=center;verticalAlign=middle;labelBackgroundColor=none;" vertex="1" parent="1"><mxGeometry x="2534" y="268" width="40" height="38" as="geometry"/></mxCell>
        <mxCell id="leg-1-desc" value="&lt;b&gt;Player entry&lt;/b&gt;&lt;div&gt;&lt;span style=&quot;color: light-dark(rgb(0,0,0), rgb(255,255,255));&quot;&gt;Mobile clients resolve &lt;b&gt;Route 53&lt;/b&gt; latency records and reach the nearest healthy region's API.&lt;/span&gt;&lt;/div&gt;" style="text;html=1;align=left;verticalAlign=top;fontSize=13;fontFamily=Helvetica;whiteSpace=wrap;labelBackgroundColor=none;" vertex="1" parent="1"><mxGeometry x="2588" y="266" width="552" height="86" as="geometry"/></mxCell>
        <mxCell id="leg-2-badge" value="2" style="rounded=1;whiteSpace=wrap;html=1;fillColor=#007CBD;strokeColor=default;fontColor=#FFFFFF;fontStyle=1;fontSize=22;fontFamily=Helvetica;shadow=1;glass=0;strokeWidth=2;align=center;verticalAlign=middle;labelBackgroundColor=none;" vertex="1" parent="1"><mxGeometry x="2534" y="364" width="40" height="38" as="geometry"/></mxCell>
        <mxCell id="leg-2-desc" value="&lt;b&gt;Authenticate&lt;/b&gt;&lt;div&gt;&lt;span style=&quot;color: light-dark(rgb(0,0,0), rgb(255,255,255));&quot;&gt;&lt;b&gt;API Gateway&lt;/b&gt; validates the &lt;b&gt;Cognito&lt;/b&gt; JWT (age-gate / parental consent on first launch).&lt;/span&gt;&lt;/div&gt;" style="text;html=1;align=left;verticalAlign=top;fontSize=13;fontFamily=Helvetica;whiteSpace=wrap;labelBackgroundColor=none;" vertex="1" parent="1"><mxGeometry x="2588" y="362" width="552" height="86" as="geometry"/></mxCell>
        <mxCell id="leg-3-badge" value="3" style="rounded=1;whiteSpace=wrap;html=1;fillColor=#007CBD;strokeColor=default;fontColor=#FFFFFF;fontStyle=1;fontSize=22;fontFamily=Helvetica;shadow=1;glass=0;strokeWidth=2;align=center;verticalAlign=middle;labelBackgroundColor=none;" vertex="1" parent="1"><mxGeometry x="2534" y="460" width="40" height="38" as="geometry"/></mxCell>
        <mxCell id="leg-3-desc" value="&lt;b&gt;Backend API&lt;/b&gt;&lt;div&gt;&lt;span style=&quot;color: light-dark(rgb(0,0,0), rgb(255,255,255));&quot;&gt;API Gateway invokes in-VPC &lt;b&gt;Lambda&lt;/b&gt; handlers (profiles, tickets, leaderboards, entitlements).&lt;/span&gt;&lt;/div&gt;" style="text;html=1;align=left;verticalAlign=top;fontSize=13;fontFamily=Helvetica;whiteSpace=wrap;labelBackgroundColor=none;" vertex="1" parent="1"><mxGeometry x="2588" y="458" width="552" height="86" as="geometry"/></mxCell>
        <mxCell id="leg-4-badge" value="4" style="rounded=1;whiteSpace=wrap;html=1;fillColor=#007CBD;strokeColor=default;fontColor=#FFFFFF;fontStyle=1;fontSize=22;fontFamily=Helvetica;shadow=1;glass=0;strokeWidth=2;align=center;verticalAlign=middle;labelBackgroundColor=none;" vertex="1" parent="1"><mxGeometry x="2534" y="556" width="40" height="38" as="geometry"/></mxCell>
        <mxCell id="leg-4-desc" value="&lt;b&gt;Data + cache&lt;/b&gt;&lt;div&gt;&lt;span style=&quot;color: light-dark(rgb(0,0,0), rgb(255,255,255));&quot;&gt;Lambda reads/writes &lt;b&gt;DynamoDB&lt;/b&gt; (PII, region-scoped, CMK+PITR) and &lt;b&gt;ElastiCache Redis&lt;/b&gt; leaderboards.&lt;/span&gt;&lt;/div&gt;" style="text;html=1;align=left;verticalAlign=top;fontSize=13;fontFamily=Helvetica;whiteSpace=wrap;labelBackgroundColor=none;" vertex="1" parent="1"><mxGeometry x="2588" y="554" width="552" height="86" as="geometry"/></mxCell>
        <mxCell id="leg-5-badge" value="5" style="rounded=1;whiteSpace=wrap;html=1;fillColor=#007CBD;strokeColor=default;fontColor=#FFFFFF;fontStyle=1;fontSize=22;fontFamily=Helvetica;shadow=1;glass=0;strokeWidth=2;align=center;verticalAlign=middle;labelBackgroundColor=none;" vertex="1" parent="1"><mxGeometry x="2534" y="652" width="40" height="38" as="geometry"/></mxCell>
        <mxCell id="leg-5-desc" value="&lt;b&gt;Matchmaking&lt;/b&gt;&lt;div&gt;&lt;span style=&quot;color: light-dark(rgb(0,0,0), rgb(255,255,255));&quot;&gt;Lambda submits a FlexMatch ticket; &lt;b&gt;GameLift&lt;/b&gt; places the session; client connects to the server over UDP.&lt;/span&gt;&lt;/div&gt;" style="text;html=1;align=left;verticalAlign=top;fontSize=13;fontFamily=Helvetica;whiteSpace=wrap;labelBackgroundColor=none;" vertex="1" parent="1"><mxGeometry x="2588" y="650" width="552" height="86" as="geometry"/></mxCell>
        <mxCell id="leg-6-badge" value="6" style="rounded=1;whiteSpace=wrap;html=1;fillColor=#007CBD;strokeColor=default;fontColor=#FFFFFF;fontStyle=1;fontSize=22;fontFamily=Helvetica;shadow=1;glass=0;strokeWidth=2;align=center;verticalAlign=middle;labelBackgroundColor=none;" vertex="1" parent="1"><mxGeometry x="2534" y="748" width="40" height="38" as="geometry"/></mxCell>
        <mxCell id="leg-6-desc" value="&lt;b&gt;Telemetry&lt;/b&gt;&lt;div&gt;&lt;span style=&quot;color: light-dark(rgb(0,0,0), rgb(255,255,255));&quot;&gt;Lambda and game servers emit events to &lt;b&gt;Kinesis Data Streams&lt;/b&gt;.&lt;/span&gt;&lt;/div&gt;" style="text;html=1;align=left;verticalAlign=top;fontSize=13;fontFamily=Helvetica;whiteSpace=wrap;labelBackgroundColor=none;" vertex="1" parent="1"><mxGeometry x="2588" y="746" width="552" height="86" as="geometry"/></mxCell>
        <mxCell id="leg-7-badge" value="7" style="rounded=1;whiteSpace=wrap;html=1;fillColor=#007CBD;strokeColor=default;fontColor=#FFFFFF;fontStyle=1;fontSize=22;fontFamily=Helvetica;shadow=1;glass=0;strokeWidth=2;align=center;verticalAlign=middle;labelBackgroundColor=none;" vertex="1" parent="1"><mxGeometry x="2534" y="844" width="40" height="38" as="geometry"/></mxCell>
        <mxCell id="leg-7-desc" value="&lt;b&gt;Anti-cheat&lt;/b&gt;&lt;div&gt;&lt;span style=&quot;color: light-dark(rgb(0,0,0), rgb(255,255,255));&quot;&gt;&lt;b&gt;Managed Service for Apache Flink&lt;/b&gt; applies real-time rules / anomaly detection and raises alerts.&lt;/span&gt;&lt;/div&gt;" style="text;html=1;align=left;verticalAlign=top;fontSize=13;fontFamily=Helvetica;whiteSpace=wrap;labelBackgroundColor=none;" vertex="1" parent="1"><mxGeometry x="2588" y="842" width="552" height="86" as="geometry"/></mxCell>
        <mxCell id="leg-8-badge" value="8" style="rounded=1;whiteSpace=wrap;html=1;fillColor=#007CBD;strokeColor=default;fontColor=#FFFFFF;fontStyle=1;fontSize=22;fontFamily=Helvetica;shadow=1;glass=0;strokeWidth=2;align=center;verticalAlign=middle;labelBackgroundColor=none;" vertex="1" parent="1"><mxGeometry x="2534" y="940" width="40" height="38" as="geometry"/></mxCell>
        <mxCell id="leg-8-desc" value="&lt;b&gt;Data lake&lt;/b&gt;&lt;div&gt;&lt;span style=&quot;color: light-dark(rgb(0,0,0), rgb(255,255,255));&quot;&gt;&lt;b&gt;Data Firehose&lt;/b&gt; batches events into the partitioned &lt;b&gt;S3&lt;/b&gt; Parquet data lake.&lt;/span&gt;&lt;/div&gt;" style="text;html=1;align=left;verticalAlign=top;fontSize=13;fontFamily=Helvetica;whiteSpace=wrap;labelBackgroundColor=none;" vertex="1" parent="1"><mxGeometry x="2588" y="938" width="552" height="86" as="geometry"/></mxCell>
        <mxCell id="leg-9-badge" value="9" style="rounded=1;whiteSpace=wrap;html=1;fillColor=#007CBD;strokeColor=default;fontColor=#FFFFFF;fontStyle=1;fontSize=22;fontFamily=Helvetica;shadow=1;glass=0;strokeWidth=2;align=center;verticalAlign=middle;labelBackgroundColor=none;" vertex="1" parent="1"><mxGeometry x="2534" y="1036" width="40" height="38" as="geometry"/></mxCell>
        <mxCell id="leg-9-desc" value="&lt;b&gt;Analytics&lt;/b&gt;&lt;div&gt;&lt;span style=&quot;color: light-dark(rgb(0,0,0), rgb(255,255,255));&quot;&gt;&lt;b&gt;Glue&lt;/b&gt; catalogs the lake; &lt;b&gt;Athena&lt;/b&gt; queries it; &lt;b&gt;QuickSight&lt;/b&gt; serves KPI dashboards.&lt;/span&gt;&lt;/div&gt;" style="text;html=1;align=left;verticalAlign=top;fontSize=13;fontFamily=Helvetica;whiteSpace=wrap;labelBackgroundColor=none;" vertex="1" parent="1"><mxGeometry x="2588" y="1034" width="552" height="86" as="geometry"/></mxCell>
        <mxCell id="leg-10-badge" value="10" style="rounded=1;whiteSpace=wrap;html=1;fillColor=#007CBD;strokeColor=default;fontColor=#FFFFFF;fontStyle=1;fontSize=22;fontFamily=Helvetica;shadow=1;glass=0;strokeWidth=2;align=center;verticalAlign=middle;labelBackgroundColor=none;" vertex="1" parent="1"><mxGeometry x="2534" y="1132" width="40" height="38" as="geometry"/></mxCell>
        <mxCell id="leg-10-desc" value="&lt;b&gt;Edge delivery&lt;/b&gt;&lt;div&gt;&lt;span style=&quot;color: light-dark(rgb(0,0,0), rgb(255,255,255));&quot;&gt;&lt;b&gt;CloudFront&lt;/b&gt; (OAC) + &lt;b&gt;WAF&lt;/b&gt;/&lt;b&gt;Shield&lt;/b&gt; serve assets, updates and replays from S3.&lt;/span&gt;&lt;/div&gt;" style="text;html=1;align=left;verticalAlign=top;fontSize=13;fontFamily=Helvetica;whiteSpace=wrap;labelBackgroundColor=none;" vertex="1" parent="1"><mxGeometry x="2588" y="1130" width="552" height="86" as="geometry"/></mxCell>
        <mxCell id="leg-11-badge" value="11" style="rounded=1;whiteSpace=wrap;html=1;fillColor=#007CBD;strokeColor=default;fontColor=#FFFFFF;fontStyle=1;fontSize=22;fontFamily=Helvetica;shadow=1;glass=0;strokeWidth=2;align=center;verticalAlign=middle;labelBackgroundColor=none;" vertex="1" parent="1"><mxGeometry x="2534" y="1228" width="40" height="38" as="geometry"/></mxCell>
        <mxCell id="leg-11-desc" value="&lt;b&gt;Active-active&lt;/b&gt;&lt;div&gt;&lt;span style=&quot;color: light-dark(rgb(0,0,0), rgb(255,255,255));&quot;&gt;Non-PII &lt;b&gt;DynamoDB global tables&lt;/b&gt; (sessions, matchmaking) replicate multi-active across NA &#8596; EU.&lt;/span&gt;&lt;/div&gt;" style="text;html=1;align=left;verticalAlign=top;fontSize=13;fontFamily=Helvetica;whiteSpace=wrap;labelBackgroundColor=none;" vertex="1" parent="1"><mxGeometry x="2588" y="1226" width="552" height="86" as="geometry"/></mxCell>
        <mxCell id="leg-note" value="&lt;i&gt;Cross-cutting (not numbered): &lt;b&gt;KMS&lt;/b&gt; CMKs encrypt DynamoDB, S3, Kinesis, ElastiCache &amp; Secrets; &lt;b&gt;Secrets Manager&lt;/b&gt; holds Stripe creds. Each region spans a 3-AZ VPC with S3/DynamoDB gateway endpoints. PII is region-scoped (never replicated cross-region); only non-PII uses global tables.&lt;/i&gt;" style="text;html=1;align=left;verticalAlign=top;fontSize=12;fontFamily=Helvetica;whiteSpace=wrap;fontColor=light-dark(#28415B,#E8EEF5);" vertex="1" parent="1"><mxGeometry x="2534" y="1328" width="606" height="120" as="geometry"/></mxCell>
      </root>
    </mxGraphModel>
  </diagram>
</mxfile>
